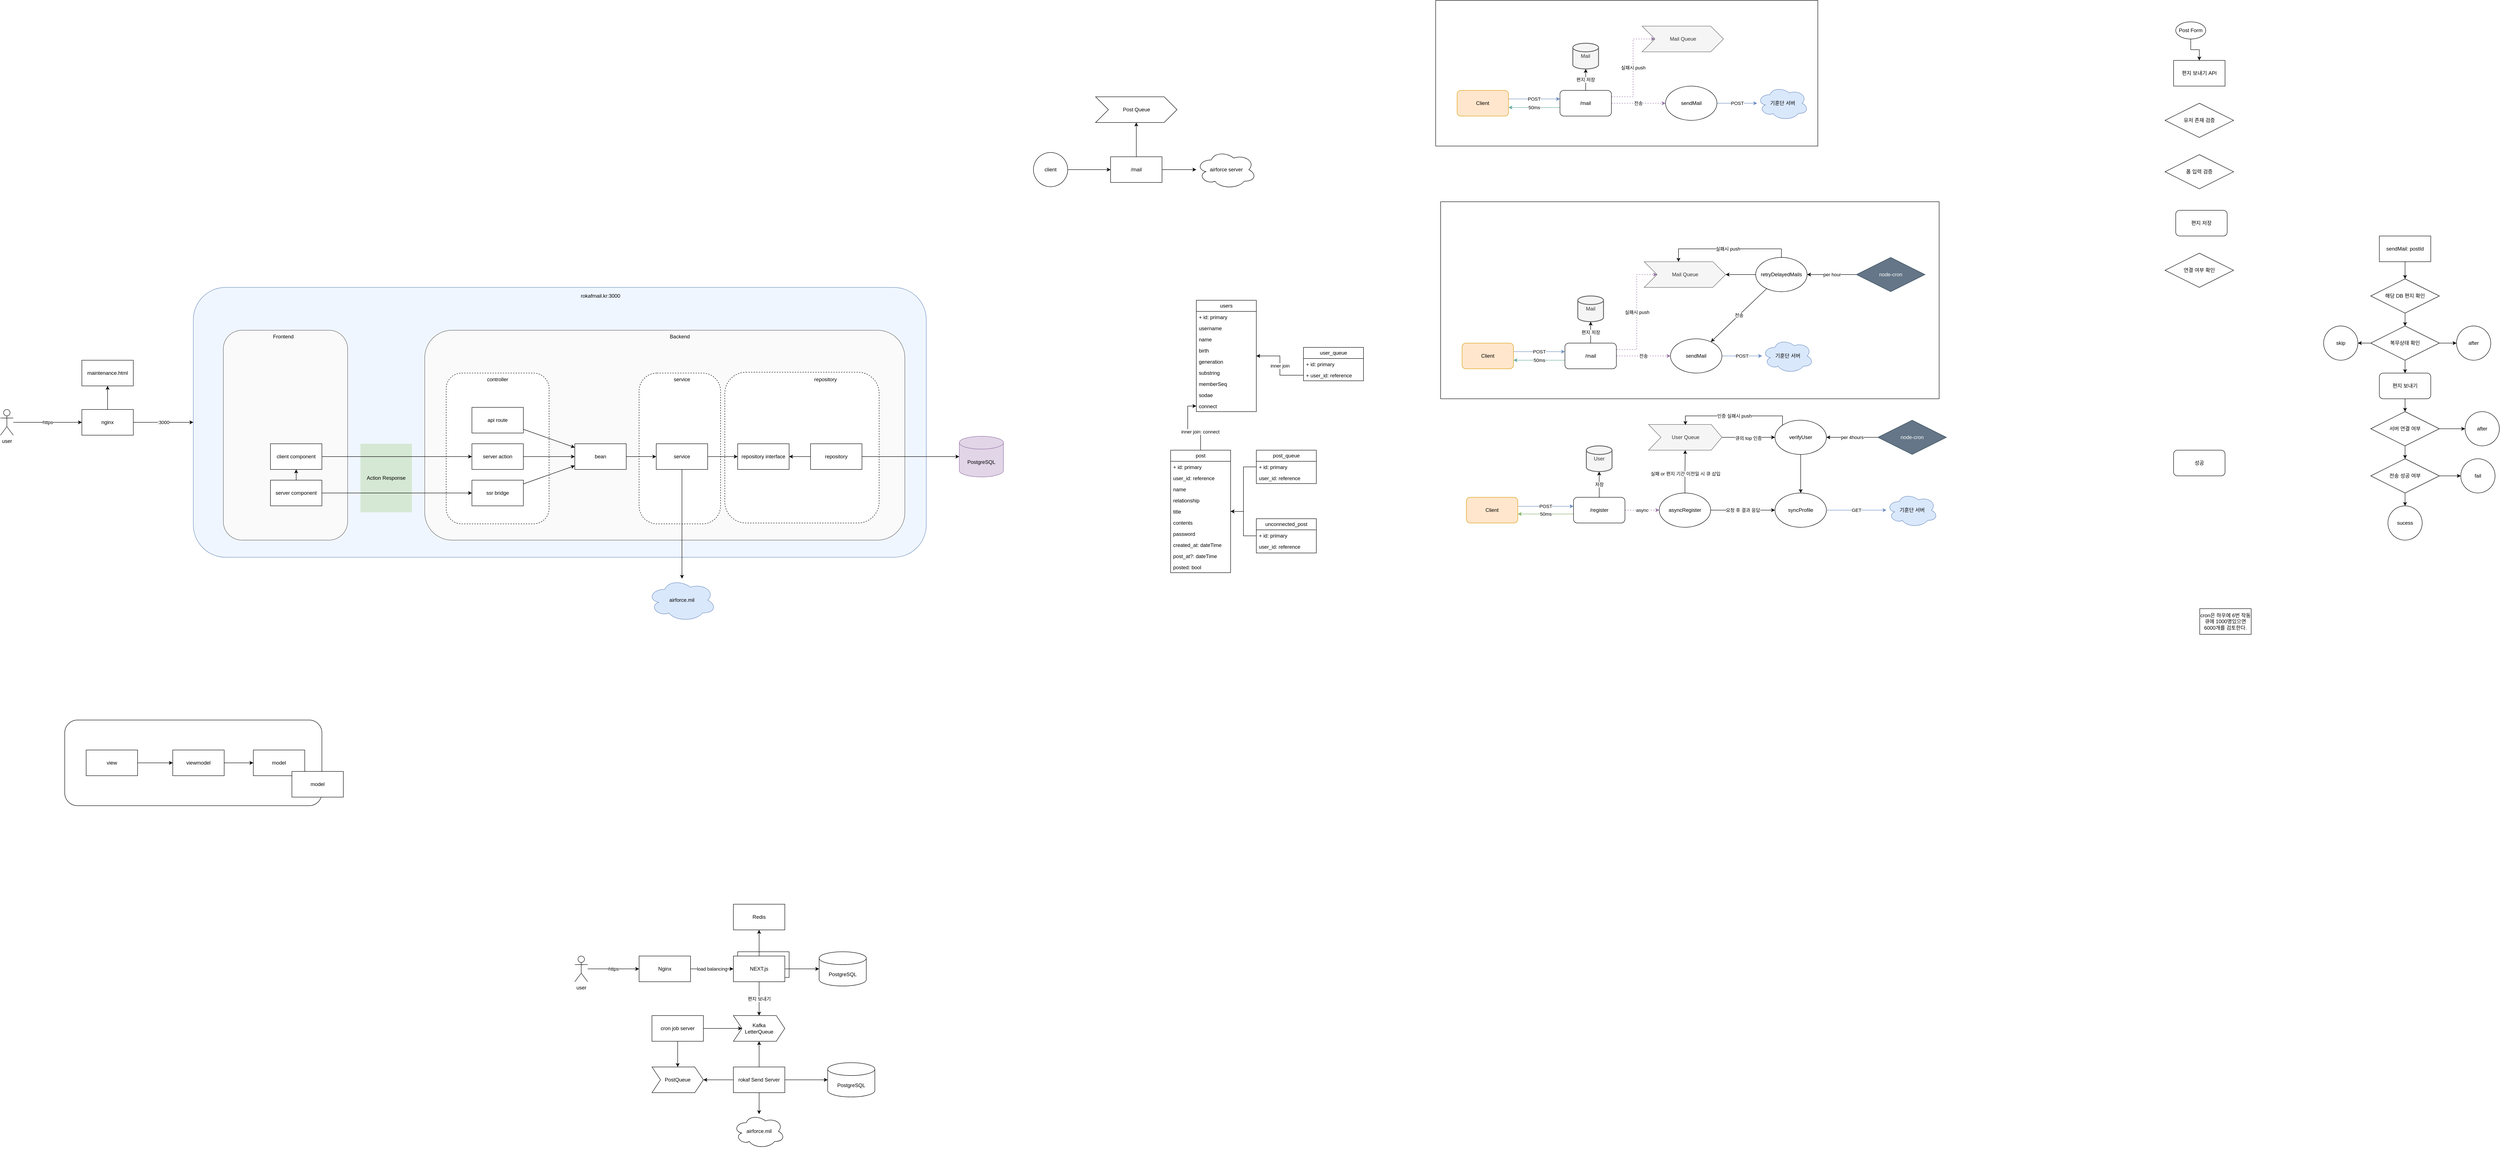
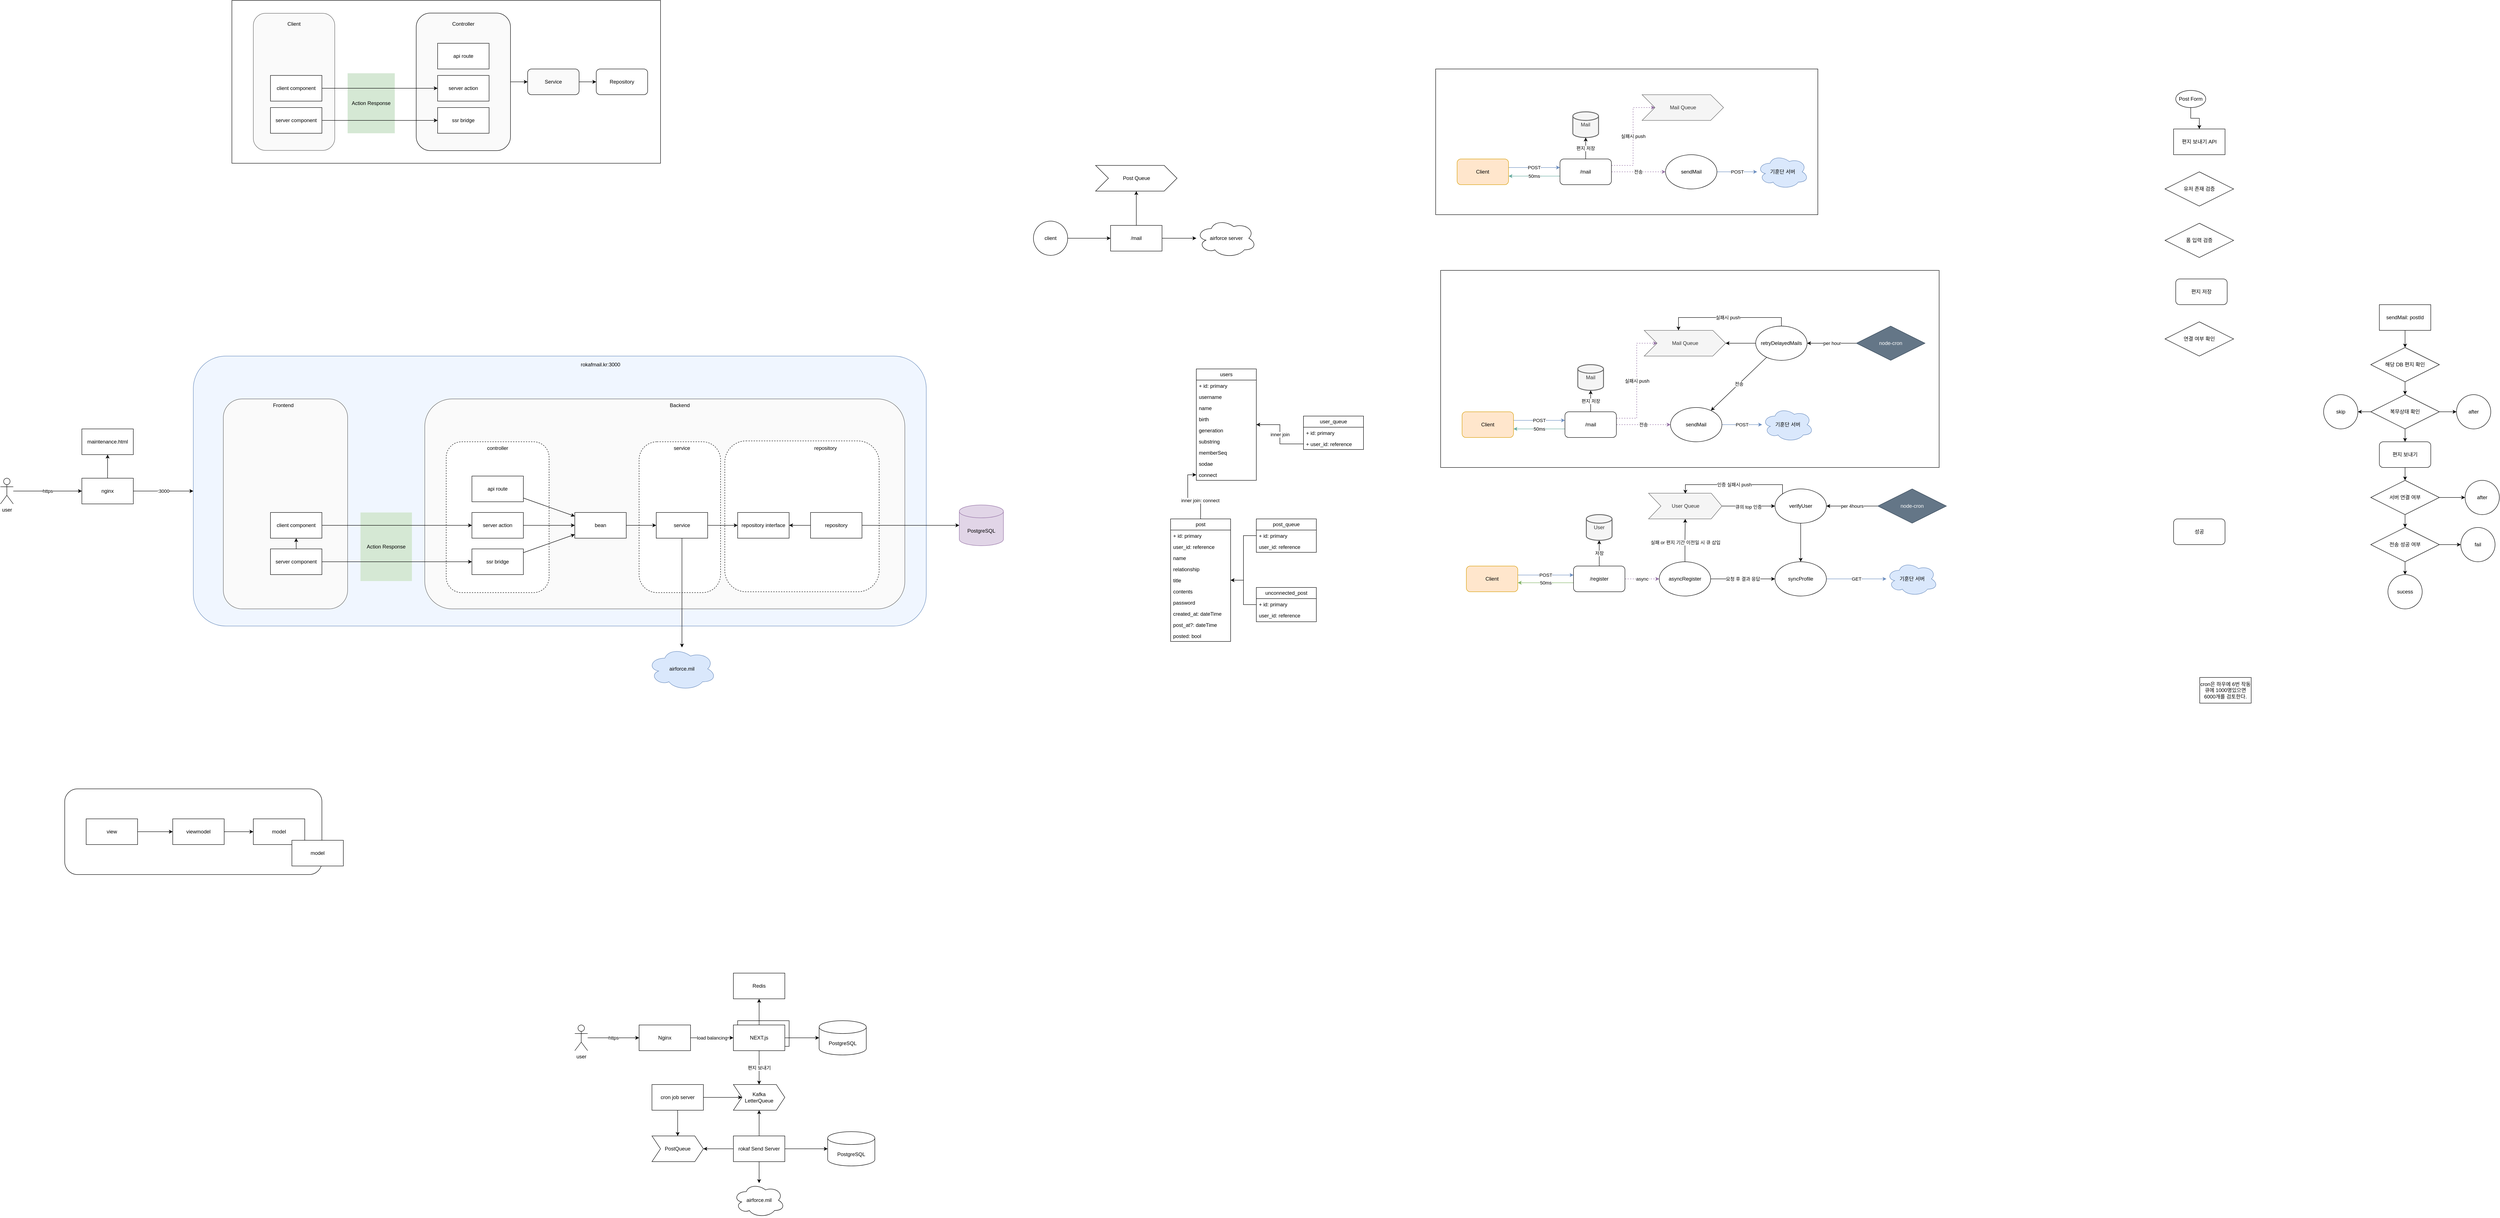
- <mxfile host="app.diagrams.net" modified="2024-07-10T15:28:07.504Z" agent="Mozilla/5.0 (Windows NT 10.0; Win64; x64) AppleWebKit/537.36 (KHTML, like Gecko) Chrome/98.0.4758.102 Safari/537.36" etag="rLEpuUifG6yZrwRzl-tM" version="24.6.4" type="github">
+ <mxfile host="app.diagrams.net" modified="2024-07-11T14:29:14.544Z" agent="Mozilla/5.0 (Windows NT 10.0; Win64; x64) AppleWebKit/537.36 (KHTML, like Gecko) Chrome/98.0.4758.102 Safari/537.36" etag="cJGDBFwuTMRV9z1zs7gk" version="24.6.4" type="github">
  <diagram name="페이지-1" id="YYIqQqlZSumYDMB_ZiYN">
-     <mxGraphModel dx="4503" dy="1806" grid="1" gridSize="10" guides="1" tooltips="1" connect="1" arrows="1" fold="1" page="1" pageScale="1" pageWidth="827" pageHeight="1169" math="0" shadow="0">
+     <mxGraphModel dx="4503" dy="1758" grid="1" gridSize="10" guides="1" tooltips="1" connect="1" arrows="1" fold="1" page="1" pageScale="1" pageWidth="827" pageHeight="1169" math="0" shadow="0">
      <root>
        <mxCell id="0" />
        <mxCell id="1" parent="0" />
-         <mxCell id="KC-ms6B9jHgwYm-Lv0Fj-51" value="NEXT.js" style="rounded=0;whiteSpace=wrap;html=1;" vertex="1" parent="1">
+         <mxCell id="KC-ms6B9jHgwYm-Lv0Fj-51" value="NEXT.js" style="rounded=0;whiteSpace=wrap;html=1;" parent="1" vertex="1">
          <mxGeometry x="-930" y="1771" width="120" height="60" as="geometry" />
        </mxCell>
        <mxCell id="HjyYQR78wkuJb60IUFvB-73" value="" style="rounded=1;whiteSpace=wrap;html=1;arcSize=15;" parent="1" vertex="1">
          <mxGeometry x="-2500" y="1230" width="600" height="200" as="geometry" />
        </mxCell>
        <mxCell id="HjyYQR78wkuJb60IUFvB-56" value="" style="rounded=1;whiteSpace=wrap;html=1;arcSize=12;fillColor=#f0f6ff;strokeColor=#6c8ebf;" parent="1" vertex="1">
          <mxGeometry x="-2200" y="220" width="1710" height="630" as="geometry" />
        </mxCell>
        <mxCell id="HjyYQR78wkuJb60IUFvB-39" value="" style="rounded=1;whiteSpace=wrap;html=1;arcSize=15;fillColor=#fafafa;fontColor=#333333;strokeColor=#666666;" parent="1" vertex="1">
          <mxGeometry x="-2130" y="320" width="290" height="490" as="geometry" />
        </mxCell>
        <mxCell id="HjyYQR78wkuJb60IUFvB-35" value="" style="rounded=1;whiteSpace=wrap;html=1;arcSize=13;fillColor=#FAFAFA;fontColor=#333333;strokeColor=#666666;" parent="1" vertex="1">
          <mxGeometry x="-1660" y="320" width="1120" height="490" as="geometry" />
        </mxCell>
        <mxCell id="HjyYQR78wkuJb60IUFvB-37" value="" style="rounded=1;whiteSpace=wrap;html=1;dashed=1;arcSize=22;" parent="1" vertex="1">
          <mxGeometry x="-1160" y="420" width="190" height="352" as="geometry" />
        </mxCell>
        <mxCell id="HjyYQR78wkuJb60IUFvB-32" value="" style="rounded=1;whiteSpace=wrap;html=1;dashed=1;arcSize=14;" parent="1" vertex="1">
          <mxGeometry x="-960" y="418" width="360" height="352" as="geometry" />
        </mxCell>
        <mxCell id="HjyYQR78wkuJb60IUFvB-33" value="repository" style="text;html=1;align=center;verticalAlign=middle;whiteSpace=wrap;rounded=0;" parent="1" vertex="1">
          <mxGeometry x="-755" y="420" width="60" height="30" as="geometry" />
        </mxCell>
        <mxCell id="HjyYQR78wkuJb60IUFvB-30" value="" style="rounded=1;whiteSpace=wrap;html=1;dashed=1;" parent="1" vertex="1">
          <mxGeometry x="-1610" y="420" width="240" height="352" as="geometry" />
        </mxCell>
        <mxCell id="cLTC8Ta03XSz9wgc8oL8-10" value="" style="rounded=0;whiteSpace=wrap;html=1;" parent="1" vertex="1">
          <mxGeometry x="710" y="20" width="1163" height="460" as="geometry" />
        </mxCell>
        <mxCell id="AZsRamwOxZUp80OkMe_C-2" value="users" style="swimlane;fontStyle=0;childLayout=stackLayout;horizontal=1;startSize=26;fillColor=none;horizontalStack=0;resizeParent=1;resizeParentMax=0;resizeLast=0;collapsible=1;marginBottom=0;whiteSpace=wrap;html=1;" parent="1" vertex="1">
          <mxGeometry x="140" y="250" width="140" height="260" as="geometry" />
        </mxCell>
        <mxCell id="AZsRamwOxZUp80OkMe_C-3" value="+ id: primary" style="text;strokeColor=none;fillColor=none;align=left;verticalAlign=top;spacingLeft=4;spacingRight=4;overflow=hidden;rotatable=0;points=[[0,0.5],[1,0.5]];portConstraint=eastwest;whiteSpace=wrap;html=1;" parent="AZsRamwOxZUp80OkMe_C-2" vertex="1">
          <mxGeometry y="26" width="140" height="26" as="geometry" />
        </mxCell>
        <mxCell id="AZsRamwOxZUp80OkMe_C-4" value="username" style="text;strokeColor=none;fillColor=none;align=left;verticalAlign=top;spacingLeft=4;spacingRight=4;overflow=hidden;rotatable=0;points=[[0,0.5],[1,0.5]];portConstraint=eastwest;whiteSpace=wrap;html=1;" parent="AZsRamwOxZUp80OkMe_C-2" vertex="1">
          <mxGeometry y="52" width="140" height="26" as="geometry" />
        </mxCell>
        <mxCell id="AZsRamwOxZUp80OkMe_C-5" value="name" style="text;strokeColor=none;fillColor=none;align=left;verticalAlign=top;spacingLeft=4;spacingRight=4;overflow=hidden;rotatable=0;points=[[0,0.5],[1,0.5]];portConstraint=eastwest;whiteSpace=wrap;html=1;" parent="AZsRamwOxZUp80OkMe_C-2" vertex="1">
          <mxGeometry y="78" width="140" height="26" as="geometry" />
        </mxCell>
        <mxCell id="AZsRamwOxZUp80OkMe_C-10" value="birth" style="text;strokeColor=none;fillColor=none;align=left;verticalAlign=top;spacingLeft=4;spacingRight=4;overflow=hidden;rotatable=0;points=[[0,0.5],[1,0.5]];portConstraint=eastwest;whiteSpace=wrap;html=1;" parent="AZsRamwOxZUp80OkMe_C-2" vertex="1">
          <mxGeometry y="104" width="140" height="26" as="geometry" />
        </mxCell>
        <mxCell id="AZsRamwOxZUp80OkMe_C-11" value="generation" style="text;strokeColor=none;fillColor=none;align=left;verticalAlign=top;spacingLeft=4;spacingRight=4;overflow=hidden;rotatable=0;points=[[0,0.5],[1,0.5]];portConstraint=eastwest;whiteSpace=wrap;html=1;" parent="AZsRamwOxZUp80OkMe_C-2" vertex="1">
          <mxGeometry y="130" width="140" height="26" as="geometry" />
        </mxCell>
        <mxCell id="AZsRamwOxZUp80OkMe_C-12" value="substring" style="text;strokeColor=none;fillColor=none;align=left;verticalAlign=top;spacingLeft=4;spacingRight=4;overflow=hidden;rotatable=0;points=[[0,0.5],[1,0.5]];portConstraint=eastwest;whiteSpace=wrap;html=1;" parent="AZsRamwOxZUp80OkMe_C-2" vertex="1">
          <mxGeometry y="156" width="140" height="26" as="geometry" />
        </mxCell>
        <mxCell id="AZsRamwOxZUp80OkMe_C-15" value="memberSeq" style="text;strokeColor=none;fillColor=none;align=left;verticalAlign=top;spacingLeft=4;spacingRight=4;overflow=hidden;rotatable=0;points=[[0,0.5],[1,0.5]];portConstraint=eastwest;whiteSpace=wrap;html=1;" parent="AZsRamwOxZUp80OkMe_C-2" vertex="1">
          <mxGeometry y="182" width="140" height="26" as="geometry" />
        </mxCell>
        <mxCell id="AZsRamwOxZUp80OkMe_C-14" value="sodae" style="text;strokeColor=none;fillColor=none;align=left;verticalAlign=top;spacingLeft=4;spacingRight=4;overflow=hidden;rotatable=0;points=[[0,0.5],[1,0.5]];portConstraint=eastwest;whiteSpace=wrap;html=1;" parent="AZsRamwOxZUp80OkMe_C-2" vertex="1">
          <mxGeometry y="208" width="140" height="26" as="geometry" />
        </mxCell>
        <mxCell id="AZsRamwOxZUp80OkMe_C-16" value="connect" style="text;strokeColor=none;fillColor=none;align=left;verticalAlign=top;spacingLeft=4;spacingRight=4;overflow=hidden;rotatable=0;points=[[0,0.5],[1,0.5]];portConstraint=eastwest;whiteSpace=wrap;html=1;" parent="AZsRamwOxZUp80OkMe_C-2" vertex="1">
          <mxGeometry y="234" width="140" height="26" as="geometry" />
        </mxCell>
        <mxCell id="AZsRamwOxZUp80OkMe_C-6" value="user_queue" style="swimlane;fontStyle=0;childLayout=stackLayout;horizontal=1;startSize=26;fillColor=none;horizontalStack=0;resizeParent=1;resizeParentMax=0;resizeLast=0;collapsible=1;marginBottom=0;whiteSpace=wrap;html=1;" parent="1" vertex="1">
          <mxGeometry x="390" y="360" width="140" height="78" as="geometry" />
        </mxCell>
        <mxCell id="AZsRamwOxZUp80OkMe_C-18" value="+ id: primary" style="text;strokeColor=none;fillColor=none;align=left;verticalAlign=top;spacingLeft=4;spacingRight=4;overflow=hidden;rotatable=0;points=[[0,0.5],[1,0.5]];portConstraint=eastwest;whiteSpace=wrap;html=1;" parent="AZsRamwOxZUp80OkMe_C-6" vertex="1">
          <mxGeometry y="26" width="140" height="26" as="geometry" />
        </mxCell>
        <mxCell id="AZsRamwOxZUp80OkMe_C-7" value="+ user_id: reference" style="text;strokeColor=none;fillColor=none;align=left;verticalAlign=top;spacingLeft=4;spacingRight=4;overflow=hidden;rotatable=0;points=[[0,0.5],[1,0.5]];portConstraint=eastwest;whiteSpace=wrap;html=1;" parent="AZsRamwOxZUp80OkMe_C-6" vertex="1">
          <mxGeometry y="52" width="140" height="26" as="geometry" />
        </mxCell>
        <mxCell id="AZsRamwOxZUp80OkMe_C-19" value="inner join" style="edgeStyle=orthogonalEdgeStyle;rounded=0;orthogonalLoop=1;jettySize=auto;html=1;" parent="1" source="AZsRamwOxZUp80OkMe_C-7" target="AZsRamwOxZUp80OkMe_C-2" edge="1">
          <mxGeometry relative="1" as="geometry" />
        </mxCell>
        <mxCell id="F6sanjwA14LKa2ckui42-2" style="edgeStyle=orthogonalEdgeStyle;rounded=0;orthogonalLoop=1;jettySize=auto;html=1;" parent="1" source="AZsRamwOxZUp80OkMe_C-20" target="AZsRamwOxZUp80OkMe_C-16" edge="1">
          <mxGeometry relative="1" as="geometry" />
        </mxCell>
        <mxCell id="F6sanjwA14LKa2ckui42-3" value="inner join: connect" style="edgeLabel;html=1;align=center;verticalAlign=middle;resizable=0;points=[];" parent="F6sanjwA14LKa2ckui42-2" vertex="1" connectable="0">
          <mxGeometry x="-0.4284" y="1" relative="1" as="geometry">
            <mxPoint as="offset" />
          </mxGeometry>
        </mxCell>
        <mxCell id="AZsRamwOxZUp80OkMe_C-20" value="post" style="swimlane;fontStyle=0;childLayout=stackLayout;horizontal=1;startSize=26;fillColor=none;horizontalStack=0;resizeParent=1;resizeParentMax=0;resizeLast=0;collapsible=1;marginBottom=0;whiteSpace=wrap;html=1;" parent="1" vertex="1">
          <mxGeometry x="80" y="600" width="140" height="286" as="geometry" />
        </mxCell>
        <mxCell id="AZsRamwOxZUp80OkMe_C-21" value="+ id: primary" style="text;strokeColor=none;fillColor=none;align=left;verticalAlign=top;spacingLeft=4;spacingRight=4;overflow=hidden;rotatable=0;points=[[0,0.5],[1,0.5]];portConstraint=eastwest;whiteSpace=wrap;html=1;" parent="AZsRamwOxZUp80OkMe_C-20" vertex="1">
          <mxGeometry y="26" width="140" height="26" as="geometry" />
        </mxCell>
        <mxCell id="AZsRamwOxZUp80OkMe_C-22" value="user_id: reference" style="text;strokeColor=none;fillColor=none;align=left;verticalAlign=top;spacingLeft=4;spacingRight=4;overflow=hidden;rotatable=0;points=[[0,0.5],[1,0.5]];portConstraint=eastwest;whiteSpace=wrap;html=1;" parent="AZsRamwOxZUp80OkMe_C-20" vertex="1">
          <mxGeometry y="52" width="140" height="26" as="geometry" />
        </mxCell>
        <mxCell id="AZsRamwOxZUp80OkMe_C-23" value="name" style="text;strokeColor=none;fillColor=none;align=left;verticalAlign=top;spacingLeft=4;spacingRight=4;overflow=hidden;rotatable=0;points=[[0,0.5],[1,0.5]];portConstraint=eastwest;whiteSpace=wrap;html=1;" parent="AZsRamwOxZUp80OkMe_C-20" vertex="1">
          <mxGeometry y="78" width="140" height="26" as="geometry" />
        </mxCell>
        <mxCell id="AZsRamwOxZUp80OkMe_C-24" value="relationship" style="text;strokeColor=none;fillColor=none;align=left;verticalAlign=top;spacingLeft=4;spacingRight=4;overflow=hidden;rotatable=0;points=[[0,0.5],[1,0.5]];portConstraint=eastwest;whiteSpace=wrap;html=1;" parent="AZsRamwOxZUp80OkMe_C-20" vertex="1">
          <mxGeometry y="104" width="140" height="26" as="geometry" />
        </mxCell>
        <mxCell id="AZsRamwOxZUp80OkMe_C-25" value="title" style="text;strokeColor=none;fillColor=none;align=left;verticalAlign=top;spacingLeft=4;spacingRight=4;overflow=hidden;rotatable=0;points=[[0,0.5],[1,0.5]];portConstraint=eastwest;whiteSpace=wrap;html=1;" parent="AZsRamwOxZUp80OkMe_C-20" vertex="1">
          <mxGeometry y="130" width="140" height="26" as="geometry" />
        </mxCell>
        <mxCell id="AZsRamwOxZUp80OkMe_C-26" value="contents" style="text;strokeColor=none;fillColor=none;align=left;verticalAlign=top;spacingLeft=4;spacingRight=4;overflow=hidden;rotatable=0;points=[[0,0.5],[1,0.5]];portConstraint=eastwest;whiteSpace=wrap;html=1;" parent="AZsRamwOxZUp80OkMe_C-20" vertex="1">
          <mxGeometry y="156" width="140" height="26" as="geometry" />
        </mxCell>
        <mxCell id="AZsRamwOxZUp80OkMe_C-27" value="password" style="text;strokeColor=none;fillColor=none;align=left;verticalAlign=top;spacingLeft=4;spacingRight=4;overflow=hidden;rotatable=0;points=[[0,0.5],[1,0.5]];portConstraint=eastwest;whiteSpace=wrap;html=1;" parent="AZsRamwOxZUp80OkMe_C-20" vertex="1">
          <mxGeometry y="182" width="140" height="26" as="geometry" />
        </mxCell>
        <mxCell id="AZsRamwOxZUp80OkMe_C-28" value="created_at: dateTime" style="text;strokeColor=none;fillColor=none;align=left;verticalAlign=top;spacingLeft=4;spacingRight=4;overflow=hidden;rotatable=0;points=[[0,0.5],[1,0.5]];portConstraint=eastwest;whiteSpace=wrap;html=1;" parent="AZsRamwOxZUp80OkMe_C-20" vertex="1">
          <mxGeometry y="208" width="140" height="26" as="geometry" />
        </mxCell>
        <mxCell id="AZsRamwOxZUp80OkMe_C-41" value="post_at?: dateTime" style="text;strokeColor=none;fillColor=none;align=left;verticalAlign=top;spacingLeft=4;spacingRight=4;overflow=hidden;rotatable=0;points=[[0,0.5],[1,0.5]];portConstraint=eastwest;whiteSpace=wrap;html=1;" parent="AZsRamwOxZUp80OkMe_C-20" vertex="1">
          <mxGeometry y="234" width="140" height="26" as="geometry" />
        </mxCell>
        <mxCell id="AZsRamwOxZUp80OkMe_C-42" value="posted: bool" style="text;strokeColor=none;fillColor=none;align=left;verticalAlign=top;spacingLeft=4;spacingRight=4;overflow=hidden;rotatable=0;points=[[0,0.5],[1,0.5]];portConstraint=eastwest;whiteSpace=wrap;html=1;" parent="AZsRamwOxZUp80OkMe_C-20" vertex="1">
          <mxGeometry y="260" width="140" height="26" as="geometry" />
        </mxCell>
        <mxCell id="F6sanjwA14LKa2ckui42-4" style="edgeStyle=orthogonalEdgeStyle;rounded=0;orthogonalLoop=1;jettySize=auto;html=1;" parent="1" source="AZsRamwOxZUp80OkMe_C-30" target="AZsRamwOxZUp80OkMe_C-20" edge="1">
          <mxGeometry relative="1" as="geometry" />
        </mxCell>
        <mxCell id="AZsRamwOxZUp80OkMe_C-30" value="post_queue" style="swimlane;fontStyle=0;childLayout=stackLayout;horizontal=1;startSize=26;fillColor=none;horizontalStack=0;resizeParent=1;resizeParentMax=0;resizeLast=0;collapsible=1;marginBottom=0;whiteSpace=wrap;html=1;" parent="1" vertex="1">
          <mxGeometry x="280" y="600" width="140" height="78" as="geometry" />
        </mxCell>
        <mxCell id="AZsRamwOxZUp80OkMe_C-31" value="+ id: primary" style="text;strokeColor=none;fillColor=none;align=left;verticalAlign=top;spacingLeft=4;spacingRight=4;overflow=hidden;rotatable=0;points=[[0,0.5],[1,0.5]];portConstraint=eastwest;whiteSpace=wrap;html=1;" parent="AZsRamwOxZUp80OkMe_C-30" vertex="1">
          <mxGeometry y="26" width="140" height="26" as="geometry" />
        </mxCell>
        <mxCell id="AZsRamwOxZUp80OkMe_C-32" value="user_id: reference" style="text;strokeColor=none;fillColor=none;align=left;verticalAlign=top;spacingLeft=4;spacingRight=4;overflow=hidden;rotatable=0;points=[[0,0.5],[1,0.5]];portConstraint=eastwest;whiteSpace=wrap;html=1;" parent="AZsRamwOxZUp80OkMe_C-30" vertex="1">
          <mxGeometry y="52" width="140" height="26" as="geometry" />
        </mxCell>
        <mxCell id="F6sanjwA14LKa2ckui42-5" style="edgeStyle=orthogonalEdgeStyle;rounded=0;orthogonalLoop=1;jettySize=auto;html=1;" parent="1" source="AZsRamwOxZUp80OkMe_C-46" target="AZsRamwOxZUp80OkMe_C-20" edge="1">
          <mxGeometry relative="1" as="geometry" />
        </mxCell>
        <mxCell id="AZsRamwOxZUp80OkMe_C-46" value="unconnected_post" style="swimlane;fontStyle=0;childLayout=stackLayout;horizontal=1;startSize=26;fillColor=none;horizontalStack=0;resizeParent=1;resizeParentMax=0;resizeLast=0;collapsible=1;marginBottom=0;whiteSpace=wrap;html=1;" parent="1" vertex="1">
          <mxGeometry x="280" y="760" width="140" height="80" as="geometry" />
        </mxCell>
        <mxCell id="AZsRamwOxZUp80OkMe_C-47" value="+ id: primary" style="text;strokeColor=none;fillColor=none;align=left;verticalAlign=top;spacingLeft=4;spacingRight=4;overflow=hidden;rotatable=0;points=[[0,0.5],[1,0.5]];portConstraint=eastwest;whiteSpace=wrap;html=1;" parent="AZsRamwOxZUp80OkMe_C-46" vertex="1">
          <mxGeometry y="26" width="140" height="26" as="geometry" />
        </mxCell>
        <mxCell id="AZsRamwOxZUp80OkMe_C-48" value="user_id: reference" style="text;strokeColor=none;fillColor=none;align=left;verticalAlign=top;spacingLeft=4;spacingRight=4;overflow=hidden;rotatable=0;points=[[0,0.5],[1,0.5]];portConstraint=eastwest;whiteSpace=wrap;html=1;" parent="AZsRamwOxZUp80OkMe_C-46" vertex="1">
          <mxGeometry y="52" width="140" height="28" as="geometry" />
        </mxCell>
        <mxCell id="wQPPLxiwdvjhVnuzjJRF-10" value="실패시 push" style="edgeStyle=elbowEdgeStyle;rounded=0;orthogonalLoop=1;jettySize=auto;html=1;fillColor=#e1d5e7;strokeColor=#9673a6;dashed=1;entryX=0;entryY=0.5;entryDx=30;entryDy=0;entryPerimeter=0;exitX=1;exitY=0.25;exitDx=0;exitDy=0;" parent="1" source="TXcI-fBlLuWAS2TPfB02-22" target="TXcI-fBlLuWAS2TPfB02-9" edge="1">
          <mxGeometry relative="1" as="geometry">
            <mxPoint x="1282.5" y="365" as="sourcePoint" />
          </mxGeometry>
        </mxCell>
        <mxCell id="wQPPLxiwdvjhVnuzjJRF-13" value="POST" style="rounded=0;orthogonalLoop=1;jettySize=auto;html=1;startArrow=none;startFill=0;fillColor=#dae8fc;strokeColor=#6c8ebf;" parent="1" source="wQPPLxiwdvjhVnuzjJRF-19" target="TXcI-fBlLuWAS2TPfB02-2" edge="1">
          <mxGeometry relative="1" as="geometry" />
        </mxCell>
        <mxCell id="TXcI-fBlLuWAS2TPfB02-2" value="기훈단 서버" style="ellipse;shape=cloud;whiteSpace=wrap;html=1;fillColor=#dae8fc;strokeColor=#6c8ebf;" parent="1" vertex="1">
          <mxGeometry x="1460" y="340" width="120" height="80" as="geometry" />
        </mxCell>
        <mxCell id="TXcI-fBlLuWAS2TPfB02-11" value="" style="edgeStyle=orthogonalEdgeStyle;rounded=0;orthogonalLoop=1;jettySize=auto;html=1;" parent="1" source="wQPPLxiwdvjhVnuzjJRF-23" target="TXcI-fBlLuWAS2TPfB02-9" edge="1">
          <mxGeometry relative="1" as="geometry">
            <mxPoint x="1449.9099999999999" y="220" as="targetPoint" />
            <Array as="points" />
          </mxGeometry>
        </mxCell>
        <mxCell id="TXcI-fBlLuWAS2TPfB02-9" value="Mail Queue" style="html=1;shadow=0;dashed=0;align=center;verticalAlign=middle;shape=mxgraph.arrows2.arrow;dy=0;dx=30;notch=30;fillColor=#f5f5f5;fontColor=#333333;strokeColor=#666666;" parent="1" vertex="1">
          <mxGeometry x="1184.91" y="160" width="190" height="60" as="geometry" />
        </mxCell>
        <mxCell id="TXcI-fBlLuWAS2TPfB02-21" value="POST" style="edgeStyle=orthogonalEdgeStyle;rounded=0;orthogonalLoop=1;jettySize=auto;html=1;fillColor=#dae8fc;strokeColor=#6c8ebf;" parent="1" source="TXcI-fBlLuWAS2TPfB02-19" target="TXcI-fBlLuWAS2TPfB02-22" edge="1">
          <mxGeometry relative="1" as="geometry">
            <mxPoint x="970" y="380" as="targetPoint" />
            <Array as="points">
              <mxPoint x="960" y="370" />
              <mxPoint x="960" y="370" />
            </Array>
          </mxGeometry>
        </mxCell>
        <mxCell id="TXcI-fBlLuWAS2TPfB02-19" value="Client" style="rounded=1;whiteSpace=wrap;html=1;fillColor=#ffe6cc;strokeColor=#d79b00;" parent="1" vertex="1">
          <mxGeometry x="760" y="350" width="120" height="60" as="geometry" />
        </mxCell>
        <mxCell id="TXcI-fBlLuWAS2TPfB02-20" value="Mail" style="strokeWidth=2;html=1;shape=mxgraph.flowchart.database;whiteSpace=wrap;fillColor=#f5f5f5;fontColor=#333333;strokeColor=#666666;" parent="1" vertex="1">
          <mxGeometry x="1030" y="240" width="60" height="60" as="geometry" />
        </mxCell>
        <mxCell id="TXcI-fBlLuWAS2TPfB02-23" value="편지 저장" style="edgeStyle=orthogonalEdgeStyle;rounded=0;orthogonalLoop=1;jettySize=auto;html=1;" parent="1" source="TXcI-fBlLuWAS2TPfB02-22" target="TXcI-fBlLuWAS2TPfB02-20" edge="1">
          <mxGeometry relative="1" as="geometry" />
        </mxCell>
        <mxCell id="TXcI-fBlLuWAS2TPfB02-24" value="전송" style="edgeStyle=orthogonalEdgeStyle;rounded=0;orthogonalLoop=1;jettySize=auto;html=1;dashed=1;fillColor=#e1d5e7;strokeColor=#9673a6;" parent="1" source="TXcI-fBlLuWAS2TPfB02-22" target="wQPPLxiwdvjhVnuzjJRF-19" edge="1">
          <mxGeometry relative="1" as="geometry">
            <mxPoint x="1260" y="380" as="targetPoint" />
          </mxGeometry>
        </mxCell>
        <mxCell id="TXcI-fBlLuWAS2TPfB02-26" value="50ms" style="edgeStyle=orthogonalEdgeStyle;rounded=0;orthogonalLoop=1;jettySize=auto;html=1;strokeColor=#67AB9F;" parent="1" source="TXcI-fBlLuWAS2TPfB02-22" target="TXcI-fBlLuWAS2TPfB02-19" edge="1">
          <mxGeometry relative="1" as="geometry">
            <Array as="points">
              <mxPoint x="960" y="390" />
              <mxPoint x="960" y="390" />
            </Array>
          </mxGeometry>
        </mxCell>
        <mxCell id="TXcI-fBlLuWAS2TPfB02-22" value="/mail" style="rounded=1;whiteSpace=wrap;html=1;" parent="1" vertex="1">
          <mxGeometry x="1000" y="350" width="120" height="60" as="geometry" />
        </mxCell>
        <mxCell id="wQPPLxiwdvjhVnuzjJRF-21" value="per hour" style="rounded=0;orthogonalLoop=1;jettySize=auto;html=1;edgeStyle=orthogonalEdgeStyle;" parent="1" source="TXcI-fBlLuWAS2TPfB02-27" target="wQPPLxiwdvjhVnuzjJRF-23" edge="1">
          <mxGeometry relative="1" as="geometry" />
        </mxCell>
        <mxCell id="TXcI-fBlLuWAS2TPfB02-27" value="node-cron" style="rhombus;whiteSpace=wrap;html=1;fillColor=#647687;fontColor=#ffffff;strokeColor=#314354;" parent="1" vertex="1">
          <mxGeometry x="1680" y="150" width="160" height="80" as="geometry" />
        </mxCell>
        <mxCell id="u-H9VCNATk9NBnKGN-eY-5" value="POST" style="edgeStyle=orthogonalEdgeStyle;rounded=0;orthogonalLoop=1;jettySize=auto;html=1;fillColor=#dae8fc;strokeColor=#6c8ebf;" parent="1" edge="1">
          <mxGeometry relative="1" as="geometry">
            <mxPoint x="890" y="731" as="sourcePoint" />
            <mxPoint x="1020" y="731" as="targetPoint" />
          </mxGeometry>
        </mxCell>
        <mxCell id="TXcI-fBlLuWAS2TPfB02-53" value="Client" style="rounded=1;whiteSpace=wrap;html=1;fillColor=#ffe6cc;strokeColor=#d79b00;" parent="1" vertex="1">
          <mxGeometry x="770.0000000000001" y="710" width="120" height="60" as="geometry" />
        </mxCell>
        <mxCell id="TXcI-fBlLuWAS2TPfB02-57" value="async" style="edgeStyle=orthogonalEdgeStyle;rounded=0;orthogonalLoop=1;jettySize=auto;html=1;dashed=1;fillColor=#e1d5e7;strokeColor=#9673a6;" parent="1" source="TXcI-fBlLuWAS2TPfB02-54" target="TXcI-fBlLuWAS2TPfB02-56" edge="1">
          <mxGeometry relative="1" as="geometry" />
        </mxCell>
        <mxCell id="TXcI-fBlLuWAS2TPfB02-59" value="50ms" style="edgeStyle=orthogonalEdgeStyle;rounded=0;orthogonalLoop=1;jettySize=auto;html=1;fillColor=#d5e8d4;strokeColor=#82b366;" parent="1" edge="1">
          <mxGeometry relative="1" as="geometry">
            <mxPoint x="1020" y="749" as="sourcePoint" />
            <mxPoint x="890" y="749" as="targetPoint" />
          </mxGeometry>
        </mxCell>
        <mxCell id="TXcI-fBlLuWAS2TPfB02-65" value="저장" style="edgeStyle=orthogonalEdgeStyle;rounded=0;orthogonalLoop=1;jettySize=auto;html=1;" parent="1" source="TXcI-fBlLuWAS2TPfB02-54" target="TXcI-fBlLuWAS2TPfB02-64" edge="1">
          <mxGeometry relative="1" as="geometry" />
        </mxCell>
        <mxCell id="TXcI-fBlLuWAS2TPfB02-54" value="/register" style="rounded=1;whiteSpace=wrap;html=1;" parent="1" vertex="1">
          <mxGeometry x="1020" y="710" width="120" height="60" as="geometry" />
        </mxCell>
        <mxCell id="TXcI-fBlLuWAS2TPfB02-69" style="edgeStyle=orthogonalEdgeStyle;rounded=0;orthogonalLoop=1;jettySize=auto;html=1;" parent="1" source="TXcI-fBlLuWAS2TPfB02-56" target="TXcI-fBlLuWAS2TPfB02-61" edge="1">
          <mxGeometry relative="1" as="geometry" />
        </mxCell>
        <mxCell id="y1SOeucjYuMJN-nhCAUV-7" value="실패 or 편지 기간 이전일 시 큐 삽입" style="edgeLabel;html=1;align=center;verticalAlign=middle;resizable=0;points=[];" parent="TXcI-fBlLuWAS2TPfB02-69" vertex="1" connectable="0">
          <mxGeometry x="-0.1037" y="-1" relative="1" as="geometry">
            <mxPoint as="offset" />
          </mxGeometry>
        </mxCell>
        <mxCell id="K3UKubzrvV4H-gYz2n_W-7" value="요청 후 결과 응답" style="edgeStyle=orthogonalEdgeStyle;rounded=0;orthogonalLoop=1;jettySize=auto;html=1;" parent="1" source="TXcI-fBlLuWAS2TPfB02-56" target="K3UKubzrvV4H-gYz2n_W-2" edge="1">
          <mxGeometry relative="1" as="geometry" />
        </mxCell>
        <mxCell id="TXcI-fBlLuWAS2TPfB02-56" value="asyncRegister" style="ellipse;whiteSpace=wrap;html=1;" parent="1" vertex="1">
          <mxGeometry x="1220" y="700" width="120" height="80" as="geometry" />
        </mxCell>
        <mxCell id="TXcI-fBlLuWAS2TPfB02-71" style="edgeStyle=orthogonalEdgeStyle;rounded=0;orthogonalLoop=1;jettySize=auto;html=1;" parent="1" source="TXcI-fBlLuWAS2TPfB02-61" target="K3UKubzrvV4H-gYz2n_W-4" edge="1">
          <mxGeometry relative="1" as="geometry">
            <mxPoint x="1440" y="610" as="targetPoint" />
          </mxGeometry>
        </mxCell>
        <mxCell id="y1SOeucjYuMJN-nhCAUV-8" value="큐의 top 인증" style="edgeLabel;html=1;align=center;verticalAlign=middle;resizable=0;points=[];" parent="TXcI-fBlLuWAS2TPfB02-71" vertex="1" connectable="0">
          <mxGeometry x="-0.0036" y="-2" relative="1" as="geometry">
            <mxPoint as="offset" />
          </mxGeometry>
        </mxCell>
        <mxCell id="TXcI-fBlLuWAS2TPfB02-61" value="User Queue" style="html=1;shadow=0;dashed=0;align=center;verticalAlign=middle;shape=mxgraph.arrows2.arrow;dy=0;dx=25;notch=29;fillColor=#f5f5f5;fontColor=#333333;strokeColor=#666666;" parent="1" vertex="1">
          <mxGeometry x="1195" y="540" width="171.25" height="60" as="geometry" />
        </mxCell>
        <mxCell id="TXcI-fBlLuWAS2TPfB02-64" value="User" style="strokeWidth=2;html=1;shape=mxgraph.flowchart.database;whiteSpace=wrap;fillColor=#f5f5f5;fontColor=#333333;strokeColor=#666666;" parent="1" vertex="1">
          <mxGeometry x="1049.91" y="590" width="60" height="60" as="geometry" />
        </mxCell>
        <mxCell id="TXcI-fBlLuWAS2TPfB02-66" value="기훈단 서버" style="ellipse;shape=cloud;whiteSpace=wrap;html=1;fillColor=#dae8fc;strokeColor=#6c8ebf;" parent="1" vertex="1">
          <mxGeometry x="1750" y="700" width="120" height="80" as="geometry" />
        </mxCell>
        <mxCell id="TXcI-fBlLuWAS2TPfB02-81" value="cron은 하우에 6번 작동&lt;div&gt;큐에 1000명있으면&lt;/div&gt;&lt;div&gt;6000개를 검토한다.&lt;/div&gt;" style="whiteSpace=wrap;html=1;" parent="1" vertex="1">
          <mxGeometry x="2481" y="970" width="120" height="60" as="geometry" />
        </mxCell>
        <mxCell id="6U6_2w2MqQ0kD7e6yzDg-1" value="편지 보내기 API" style="rounded=0;whiteSpace=wrap;html=1;" parent="1" vertex="1">
          <mxGeometry x="2420" y="-310" width="120" height="60" as="geometry" />
        </mxCell>
        <mxCell id="6U6_2w2MqQ0kD7e6yzDg-3" style="edgeStyle=orthogonalEdgeStyle;rounded=0;orthogonalLoop=1;jettySize=auto;html=1;" parent="1" source="6U6_2w2MqQ0kD7e6yzDg-2" target="6U6_2w2MqQ0kD7e6yzDg-1" edge="1">
          <mxGeometry relative="1" as="geometry" />
        </mxCell>
        <mxCell id="6U6_2w2MqQ0kD7e6yzDg-2" value="Post Form" style="ellipse;whiteSpace=wrap;html=1;" parent="1" vertex="1">
          <mxGeometry x="2425" y="-400" width="70" height="40" as="geometry" />
        </mxCell>
        <mxCell id="6U6_2w2MqQ0kD7e6yzDg-4" value="유저 존재 검증" style="rhombus;whiteSpace=wrap;html=1;" parent="1" vertex="1">
          <mxGeometry x="2400" y="-210" width="160" height="80" as="geometry" />
        </mxCell>
        <mxCell id="6U6_2w2MqQ0kD7e6yzDg-5" value="폼 입력 검증" style="rhombus;whiteSpace=wrap;html=1;" parent="1" vertex="1">
          <mxGeometry x="2400" y="-90" width="160" height="80" as="geometry" />
        </mxCell>
        <mxCell id="6U6_2w2MqQ0kD7e6yzDg-6" value="편지 저장" style="rounded=1;whiteSpace=wrap;html=1;" parent="1" vertex="1">
          <mxGeometry x="2425" y="40" width="120" height="60" as="geometry" />
        </mxCell>
        <mxCell id="6U6_2w2MqQ0kD7e6yzDg-7" value="연결 여부 확인" style="rhombus;whiteSpace=wrap;html=1;" parent="1" vertex="1">
          <mxGeometry x="2400" y="140" width="160" height="80" as="geometry" />
        </mxCell>
        <mxCell id="6U6_2w2MqQ0kD7e6yzDg-30" style="edgeStyle=orthogonalEdgeStyle;rounded=0;orthogonalLoop=1;jettySize=auto;html=1;" parent="1" source="6U6_2w2MqQ0kD7e6yzDg-10" target="6U6_2w2MqQ0kD7e6yzDg-40" edge="1">
          <mxGeometry relative="1" as="geometry">
            <mxPoint x="2960" y="410" as="targetPoint" />
            <Array as="points" />
          </mxGeometry>
        </mxCell>
        <mxCell id="6U6_2w2MqQ0kD7e6yzDg-31" style="edgeStyle=orthogonalEdgeStyle;rounded=0;orthogonalLoop=1;jettySize=auto;html=1;" parent="1" source="6U6_2w2MqQ0kD7e6yzDg-10" target="6U6_2w2MqQ0kD7e6yzDg-22" edge="1">
          <mxGeometry relative="1" as="geometry" />
        </mxCell>
        <mxCell id="6U6_2w2MqQ0kD7e6yzDg-33" style="edgeStyle=orthogonalEdgeStyle;rounded=0;orthogonalLoop=1;jettySize=auto;html=1;" parent="1" source="6U6_2w2MqQ0kD7e6yzDg-10" target="6U6_2w2MqQ0kD7e6yzDg-32" edge="1">
          <mxGeometry relative="1" as="geometry" />
        </mxCell>
        <mxCell id="6U6_2w2MqQ0kD7e6yzDg-10" value="복무상태 확인" style="rhombus;whiteSpace=wrap;html=1;" parent="1" vertex="1">
          <mxGeometry x="2880" y="310" width="160" height="80" as="geometry" />
        </mxCell>
        <mxCell id="6U6_2w2MqQ0kD7e6yzDg-35" style="edgeStyle=orthogonalEdgeStyle;rounded=0;orthogonalLoop=1;jettySize=auto;html=1;" parent="1" source="6U6_2w2MqQ0kD7e6yzDg-11" target="6U6_2w2MqQ0kD7e6yzDg-34" edge="1">
          <mxGeometry relative="1" as="geometry" />
        </mxCell>
        <mxCell id="6U6_2w2MqQ0kD7e6yzDg-39" style="edgeStyle=orthogonalEdgeStyle;rounded=0;orthogonalLoop=1;jettySize=auto;html=1;" parent="1" source="6U6_2w2MqQ0kD7e6yzDg-11" target="6U6_2w2MqQ0kD7e6yzDg-36" edge="1">
          <mxGeometry relative="1" as="geometry" />
        </mxCell>
        <mxCell id="6U6_2w2MqQ0kD7e6yzDg-11" value="서버 연결 여부" style="rhombus;whiteSpace=wrap;html=1;" parent="1" vertex="1">
          <mxGeometry x="2880" y="510" width="160" height="80" as="geometry" />
        </mxCell>
        <mxCell id="6U6_2w2MqQ0kD7e6yzDg-12" value="성공" style="rounded=1;whiteSpace=wrap;html=1;" parent="1" vertex="1">
          <mxGeometry x="2420" y="600" width="120" height="60" as="geometry" />
        </mxCell>
        <mxCell id="6U6_2w2MqQ0kD7e6yzDg-16" style="edgeStyle=orthogonalEdgeStyle;rounded=0;orthogonalLoop=1;jettySize=auto;html=1;" parent="1" source="6U6_2w2MqQ0kD7e6yzDg-13" target="6U6_2w2MqQ0kD7e6yzDg-15" edge="1">
          <mxGeometry relative="1" as="geometry" />
        </mxCell>
        <mxCell id="6U6_2w2MqQ0kD7e6yzDg-13" value="sendMail: postId" style="rounded=0;whiteSpace=wrap;html=1;" parent="1" vertex="1">
          <mxGeometry x="2900" y="100" width="120" height="60" as="geometry" />
        </mxCell>
        <mxCell id="6U6_2w2MqQ0kD7e6yzDg-17" style="edgeStyle=orthogonalEdgeStyle;rounded=0;orthogonalLoop=1;jettySize=auto;html=1;" parent="1" source="6U6_2w2MqQ0kD7e6yzDg-15" target="6U6_2w2MqQ0kD7e6yzDg-10" edge="1">
          <mxGeometry relative="1" as="geometry" />
        </mxCell>
        <mxCell id="6U6_2w2MqQ0kD7e6yzDg-15" value="해당 DB 편지 확인" style="rhombus;whiteSpace=wrap;html=1;" parent="1" vertex="1">
          <mxGeometry x="2880" y="200" width="160" height="80" as="geometry" />
        </mxCell>
        <mxCell id="6U6_2w2MqQ0kD7e6yzDg-22" value="after" style="ellipse;whiteSpace=wrap;html=1;aspect=fixed;" parent="1" vertex="1">
          <mxGeometry x="3080" y="310" width="80" height="80" as="geometry" />
        </mxCell>
        <mxCell id="6U6_2w2MqQ0kD7e6yzDg-23" value="sucess" style="ellipse;whiteSpace=wrap;html=1;aspect=fixed;" parent="1" vertex="1">
          <mxGeometry x="2920" y="730" width="80" height="80" as="geometry" />
        </mxCell>
        <mxCell id="6U6_2w2MqQ0kD7e6yzDg-25" value="fail" style="ellipse;whiteSpace=wrap;html=1;aspect=fixed;" parent="1" vertex="1">
          <mxGeometry x="3090" y="620" width="80" height="80" as="geometry" />
        </mxCell>
        <mxCell id="6U6_2w2MqQ0kD7e6yzDg-32" value="skip" style="ellipse;whiteSpace=wrap;html=1;aspect=fixed;" parent="1" vertex="1">
          <mxGeometry x="2770" y="310" width="80" height="80" as="geometry" />
        </mxCell>
        <mxCell id="6U6_2w2MqQ0kD7e6yzDg-34" value="after" style="ellipse;whiteSpace=wrap;html=1;aspect=fixed;" parent="1" vertex="1">
          <mxGeometry x="3100" y="510" width="80" height="80" as="geometry" />
        </mxCell>
        <mxCell id="6U6_2w2MqQ0kD7e6yzDg-37" style="edgeStyle=orthogonalEdgeStyle;rounded=0;orthogonalLoop=1;jettySize=auto;html=1;" parent="1" source="6U6_2w2MqQ0kD7e6yzDg-36" target="6U6_2w2MqQ0kD7e6yzDg-25" edge="1">
          <mxGeometry relative="1" as="geometry" />
        </mxCell>
        <mxCell id="6U6_2w2MqQ0kD7e6yzDg-38" style="edgeStyle=orthogonalEdgeStyle;rounded=0;orthogonalLoop=1;jettySize=auto;html=1;" parent="1" source="6U6_2w2MqQ0kD7e6yzDg-36" target="6U6_2w2MqQ0kD7e6yzDg-23" edge="1">
          <mxGeometry relative="1" as="geometry" />
        </mxCell>
        <mxCell id="6U6_2w2MqQ0kD7e6yzDg-36" value="전송 성공 여부" style="rhombus;whiteSpace=wrap;html=1;" parent="1" vertex="1">
          <mxGeometry x="2880" y="620" width="160" height="80" as="geometry" />
        </mxCell>
        <mxCell id="6U6_2w2MqQ0kD7e6yzDg-42" style="edgeStyle=orthogonalEdgeStyle;rounded=0;orthogonalLoop=1;jettySize=auto;html=1;" parent="1" source="6U6_2w2MqQ0kD7e6yzDg-40" target="6U6_2w2MqQ0kD7e6yzDg-11" edge="1">
          <mxGeometry relative="1" as="geometry" />
        </mxCell>
        <mxCell id="6U6_2w2MqQ0kD7e6yzDg-40" value="편지 보내기" style="rounded=1;whiteSpace=wrap;html=1;" parent="1" vertex="1">
          <mxGeometry x="2900" y="420" width="120" height="60" as="geometry" />
        </mxCell>
        <mxCell id="wQPPLxiwdvjhVnuzjJRF-7" style="edgeStyle=orthogonalEdgeStyle;rounded=0;orthogonalLoop=1;jettySize=auto;html=1;" parent="1" source="wQPPLxiwdvjhVnuzjJRF-2" target="wQPPLxiwdvjhVnuzjJRF-6" edge="1">
          <mxGeometry relative="1" as="geometry" />
        </mxCell>
        <mxCell id="wQPPLxiwdvjhVnuzjJRF-9" style="edgeStyle=orthogonalEdgeStyle;rounded=0;orthogonalLoop=1;jettySize=auto;html=1;" parent="1" source="wQPPLxiwdvjhVnuzjJRF-2" target="wQPPLxiwdvjhVnuzjJRF-8" edge="1">
          <mxGeometry relative="1" as="geometry" />
        </mxCell>
        <mxCell id="wQPPLxiwdvjhVnuzjJRF-2" value="/mail" style="rounded=0;whiteSpace=wrap;html=1;" parent="1" vertex="1">
          <mxGeometry x="-60" y="-85" width="120" height="60" as="geometry" />
        </mxCell>
        <mxCell id="wQPPLxiwdvjhVnuzjJRF-5" style="edgeStyle=orthogonalEdgeStyle;rounded=0;orthogonalLoop=1;jettySize=auto;html=1;" parent="1" source="wQPPLxiwdvjhVnuzjJRF-4" target="wQPPLxiwdvjhVnuzjJRF-2" edge="1">
          <mxGeometry relative="1" as="geometry" />
        </mxCell>
        <mxCell id="wQPPLxiwdvjhVnuzjJRF-4" value="client" style="ellipse;whiteSpace=wrap;html=1;aspect=fixed;" parent="1" vertex="1">
          <mxGeometry x="-240" y="-95" width="80" height="80" as="geometry" />
        </mxCell>
        <mxCell id="wQPPLxiwdvjhVnuzjJRF-6" value="Post Queue" style="html=1;shadow=0;dashed=0;align=center;verticalAlign=middle;shape=mxgraph.arrows2.arrow;dy=0;dx=30;notch=30;" parent="1" vertex="1">
          <mxGeometry x="-95" y="-225" width="190" height="60" as="geometry" />
        </mxCell>
        <mxCell id="wQPPLxiwdvjhVnuzjJRF-8" value="airforce server" style="ellipse;shape=cloud;whiteSpace=wrap;html=1;" parent="1" vertex="1">
          <mxGeometry x="140" y="-100" width="140" height="90" as="geometry" />
        </mxCell>
        <mxCell id="wQPPLxiwdvjhVnuzjJRF-19" value="sendMail" style="ellipse;whiteSpace=wrap;html=1;" parent="1" vertex="1">
          <mxGeometry x="1246.25" y="340" width="120" height="80" as="geometry" />
        </mxCell>
        <mxCell id="wQPPLxiwdvjhVnuzjJRF-24" value="전송" style="rounded=0;orthogonalLoop=1;jettySize=auto;html=1;" parent="1" source="wQPPLxiwdvjhVnuzjJRF-23" target="wQPPLxiwdvjhVnuzjJRF-19" edge="1">
          <mxGeometry relative="1" as="geometry" />
        </mxCell>
        <mxCell id="cLTC8Ta03XSz9wgc8oL8-4" value="실패시 push" style="edgeStyle=orthogonalEdgeStyle;rounded=0;orthogonalLoop=1;jettySize=auto;html=1;entryX=0;entryY=0;entryDx=80;entryDy=0;entryPerimeter=0;exitX=0.5;exitY=0;exitDx=0;exitDy=0;" parent="1" source="wQPPLxiwdvjhVnuzjJRF-23" target="TXcI-fBlLuWAS2TPfB02-9" edge="1">
          <mxGeometry relative="1" as="geometry" />
        </mxCell>
        <mxCell id="wQPPLxiwdvjhVnuzjJRF-23" value="retryDelayedMails" style="ellipse;whiteSpace=wrap;html=1;" parent="1" vertex="1">
          <mxGeometry x="1445" y="150" width="120" height="80" as="geometry" />
        </mxCell>
        <mxCell id="K3UKubzrvV4H-gYz2n_W-5" value="per 4hours" style="edgeStyle=orthogonalEdgeStyle;rounded=0;orthogonalLoop=1;jettySize=auto;html=1;" parent="1" source="K3UKubzrvV4H-gYz2n_W-1" target="K3UKubzrvV4H-gYz2n_W-4" edge="1">
          <mxGeometry relative="1" as="geometry" />
        </mxCell>
        <mxCell id="K3UKubzrvV4H-gYz2n_W-1" value="node-cron" style="rhombus;whiteSpace=wrap;html=1;fillColor=#647687;fontColor=#ffffff;strokeColor=#314354;" parent="1" vertex="1">
          <mxGeometry x="1730" y="530" width="160" height="80" as="geometry" />
        </mxCell>
        <mxCell id="K3UKubzrvV4H-gYz2n_W-3" value="GET" style="edgeStyle=orthogonalEdgeStyle;rounded=0;orthogonalLoop=1;jettySize=auto;html=1;fillColor=#dae8fc;strokeColor=#6c8ebf;" parent="1" source="K3UKubzrvV4H-gYz2n_W-2" target="TXcI-fBlLuWAS2TPfB02-66" edge="1">
          <mxGeometry relative="1" as="geometry" />
        </mxCell>
        <mxCell id="K3UKubzrvV4H-gYz2n_W-2" value="syncProfile" style="ellipse;whiteSpace=wrap;html=1;" parent="1" vertex="1">
          <mxGeometry x="1490" y="700" width="120" height="80" as="geometry" />
        </mxCell>
        <mxCell id="K3UKubzrvV4H-gYz2n_W-6" style="edgeStyle=orthogonalEdgeStyle;rounded=0;orthogonalLoop=1;jettySize=auto;html=1;" parent="1" source="K3UKubzrvV4H-gYz2n_W-4" target="K3UKubzrvV4H-gYz2n_W-2" edge="1">
          <mxGeometry relative="1" as="geometry" />
        </mxCell>
        <mxCell id="K3UKubzrvV4H-gYz2n_W-8" value="인증 실패시 push" style="edgeStyle=orthogonalEdgeStyle;rounded=0;orthogonalLoop=1;jettySize=auto;html=1;exitX=0;exitY=0;exitDx=0;exitDy=0;entryX=0.502;entryY=0.017;entryDx=0;entryDy=0;entryPerimeter=0;" parent="1" source="K3UKubzrvV4H-gYz2n_W-4" target="TXcI-fBlLuWAS2TPfB02-61" edge="1">
          <mxGeometry relative="1" as="geometry">
            <mxPoint x="1300" y="480" as="targetPoint" />
            <Array as="points">
              <mxPoint x="1508" y="520" />
              <mxPoint x="1281" y="520" />
            </Array>
          </mxGeometry>
        </mxCell>
        <mxCell id="K3UKubzrvV4H-gYz2n_W-4" value="verifyUser" style="ellipse;whiteSpace=wrap;html=1;" parent="1" vertex="1">
          <mxGeometry x="1490" y="530" width="120" height="80" as="geometry" />
        </mxCell>
        <mxCell id="cLTC8Ta03XSz9wgc8oL8-30" value="" style="group" parent="1" vertex="1" connectable="0">
          <mxGeometry x="698.41" y="-450" width="891.59" height="340" as="geometry" />
        </mxCell>
        <mxCell id="cLTC8Ta03XSz9wgc8oL8-11" value="" style="rounded=0;whiteSpace=wrap;html=1;" parent="cLTC8Ta03XSz9wgc8oL8-30" vertex="1">
          <mxGeometry width="891.59" height="340" as="geometry" />
        </mxCell>
        <mxCell id="cLTC8Ta03XSz9wgc8oL8-12" value="실패시 push" style="edgeStyle=elbowEdgeStyle;rounded=0;orthogonalLoop=1;jettySize=auto;html=1;fillColor=#e1d5e7;strokeColor=#9673a6;dashed=1;entryX=0;entryY=0.5;entryDx=30;entryDy=0;entryPerimeter=0;exitX=1;exitY=0.25;exitDx=0;exitDy=0;" parent="cLTC8Ta03XSz9wgc8oL8-30" source="cLTC8Ta03XSz9wgc8oL8-23" target="cLTC8Ta03XSz9wgc8oL8-16" edge="1">
          <mxGeometry relative="1" as="geometry">
            <mxPoint x="572.5000000000001" y="225" as="sourcePoint" />
          </mxGeometry>
        </mxCell>
        <mxCell id="cLTC8Ta03XSz9wgc8oL8-13" value="POST" style="rounded=0;orthogonalLoop=1;jettySize=auto;html=1;startArrow=none;startFill=0;fillColor=#dae8fc;strokeColor=#6c8ebf;" parent="cLTC8Ta03XSz9wgc8oL8-30" source="cLTC8Ta03XSz9wgc8oL8-26" target="cLTC8Ta03XSz9wgc8oL8-14" edge="1">
          <mxGeometry relative="1" as="geometry" />
        </mxCell>
        <mxCell id="cLTC8Ta03XSz9wgc8oL8-14" value="기훈단 서버" style="ellipse;shape=cloud;whiteSpace=wrap;html=1;fillColor=#dae8fc;strokeColor=#6c8ebf;" parent="cLTC8Ta03XSz9wgc8oL8-30" vertex="1">
          <mxGeometry x="750.0000000000001" y="200" width="120" height="80" as="geometry" />
        </mxCell>
        <mxCell id="cLTC8Ta03XSz9wgc8oL8-16" value="Mail Queue" style="html=1;shadow=0;dashed=0;align=center;verticalAlign=middle;shape=mxgraph.arrows2.arrow;dy=0;dx=30;notch=30;fillColor=#f5f5f5;fontColor=#333333;strokeColor=#666666;" parent="cLTC8Ta03XSz9wgc8oL8-30" vertex="1">
          <mxGeometry x="481.59000000000026" y="60" width="190" height="60" as="geometry" />
        </mxCell>
        <mxCell id="cLTC8Ta03XSz9wgc8oL8-17" value="POST" style="edgeStyle=orthogonalEdgeStyle;rounded=0;orthogonalLoop=1;jettySize=auto;html=1;fillColor=#dae8fc;strokeColor=#6c8ebf;" parent="cLTC8Ta03XSz9wgc8oL8-30" source="cLTC8Ta03XSz9wgc8oL8-18" target="cLTC8Ta03XSz9wgc8oL8-23" edge="1">
          <mxGeometry relative="1" as="geometry">
            <mxPoint x="260" y="240" as="targetPoint" />
            <Array as="points">
              <mxPoint x="250" y="230" />
              <mxPoint x="250" y="230" />
            </Array>
          </mxGeometry>
        </mxCell>
        <mxCell id="cLTC8Ta03XSz9wgc8oL8-18" value="Client" style="rounded=1;whiteSpace=wrap;html=1;fillColor=#ffe6cc;strokeColor=#d79b00;" parent="cLTC8Ta03XSz9wgc8oL8-30" vertex="1">
          <mxGeometry x="50" y="210" width="120" height="60" as="geometry" />
        </mxCell>
        <mxCell id="cLTC8Ta03XSz9wgc8oL8-19" value="Mail" style="strokeWidth=2;html=1;shape=mxgraph.flowchart.database;whiteSpace=wrap;fillColor=#f5f5f5;fontColor=#333333;strokeColor=#666666;" parent="cLTC8Ta03XSz9wgc8oL8-30" vertex="1">
          <mxGeometry x="320" y="100" width="60" height="60" as="geometry" />
        </mxCell>
        <mxCell id="cLTC8Ta03XSz9wgc8oL8-20" value="편지 저장" style="edgeStyle=orthogonalEdgeStyle;rounded=0;orthogonalLoop=1;jettySize=auto;html=1;" parent="cLTC8Ta03XSz9wgc8oL8-30" source="cLTC8Ta03XSz9wgc8oL8-23" target="cLTC8Ta03XSz9wgc8oL8-19" edge="1">
          <mxGeometry relative="1" as="geometry" />
        </mxCell>
        <mxCell id="cLTC8Ta03XSz9wgc8oL8-21" value="전송" style="edgeStyle=orthogonalEdgeStyle;rounded=0;orthogonalLoop=1;jettySize=auto;html=1;dashed=1;fillColor=#e1d5e7;strokeColor=#9673a6;" parent="cLTC8Ta03XSz9wgc8oL8-30" source="cLTC8Ta03XSz9wgc8oL8-23" target="cLTC8Ta03XSz9wgc8oL8-26" edge="1">
          <mxGeometry relative="1" as="geometry">
            <mxPoint x="550.0000000000001" y="240" as="targetPoint" />
          </mxGeometry>
        </mxCell>
        <mxCell id="cLTC8Ta03XSz9wgc8oL8-22" value="50ms" style="edgeStyle=orthogonalEdgeStyle;rounded=0;orthogonalLoop=1;jettySize=auto;html=1;strokeColor=#67AB9F;" parent="cLTC8Ta03XSz9wgc8oL8-30" source="cLTC8Ta03XSz9wgc8oL8-23" target="cLTC8Ta03XSz9wgc8oL8-18" edge="1">
          <mxGeometry relative="1" as="geometry">
            <Array as="points">
              <mxPoint x="250" y="250" />
              <mxPoint x="250" y="250" />
            </Array>
          </mxGeometry>
        </mxCell>
        <mxCell id="cLTC8Ta03XSz9wgc8oL8-23" value="/mail" style="rounded=1;whiteSpace=wrap;html=1;" parent="cLTC8Ta03XSz9wgc8oL8-30" vertex="1">
          <mxGeometry x="290" y="210" width="120" height="60" as="geometry" />
        </mxCell>
        <mxCell id="cLTC8Ta03XSz9wgc8oL8-26" value="sendMail" style="ellipse;whiteSpace=wrap;html=1;" parent="cLTC8Ta03XSz9wgc8oL8-30" vertex="1">
          <mxGeometry x="536.2500000000001" y="200" width="120" height="80" as="geometry" />
        </mxCell>
        <mxCell id="HjyYQR78wkuJb60IUFvB-1" value="PostgreSQL" style="shape=cylinder3;whiteSpace=wrap;html=1;boundedLbl=1;backgroundOutline=1;size=15;fillColor=#e1d5e7;strokeColor=#9673a6;" parent="1" vertex="1">
          <mxGeometry x="-413" y="567.5" width="103" height="95" as="geometry" />
        </mxCell>
        <mxCell id="HjyYQR78wkuJb60IUFvB-27" style="edgeStyle=orthogonalEdgeStyle;rounded=0;orthogonalLoop=1;jettySize=auto;html=1;" parent="1" source="HjyYQR78wkuJb60IUFvB-2" target="HjyYQR78wkuJb60IUFvB-21" edge="1">
          <mxGeometry relative="1" as="geometry" />
        </mxCell>
        <mxCell id="HjyYQR78wkuJb60IUFvB-2" value="bean" style="rounded=0;whiteSpace=wrap;html=1;" parent="1" vertex="1">
          <mxGeometry x="-1310" y="585" width="120" height="60" as="geometry" />
        </mxCell>
        <mxCell id="HjyYQR78wkuJb60IUFvB-5" style="edgeStyle=orthogonalEdgeStyle;rounded=0;orthogonalLoop=1;jettySize=auto;html=1;" parent="1" source="HjyYQR78wkuJb60IUFvB-4" target="HjyYQR78wkuJb60IUFvB-1" edge="1">
          <mxGeometry relative="1" as="geometry" />
        </mxCell>
        <mxCell id="HjyYQR78wkuJb60IUFvB-9" style="edgeStyle=orthogonalEdgeStyle;rounded=0;orthogonalLoop=1;jettySize=auto;html=1;" parent="1" source="HjyYQR78wkuJb60IUFvB-4" target="HjyYQR78wkuJb60IUFvB-6" edge="1">
          <mxGeometry relative="1" as="geometry" />
        </mxCell>
        <mxCell id="HjyYQR78wkuJb60IUFvB-4" value="repository" style="rounded=0;whiteSpace=wrap;html=1;" parent="1" vertex="1">
          <mxGeometry x="-760" y="585" width="120" height="60" as="geometry" />
        </mxCell>
        <mxCell id="HjyYQR78wkuJb60IUFvB-6" value="repository interface" style="rounded=0;whiteSpace=wrap;html=1;" parent="1" vertex="1">
          <mxGeometry x="-930" y="585" width="120" height="60" as="geometry" />
        </mxCell>
        <mxCell id="HjyYQR78wkuJb60IUFvB-12" style="edgeStyle=orthogonalEdgeStyle;rounded=0;orthogonalLoop=1;jettySize=auto;html=1;" parent="1" source="HjyYQR78wkuJb60IUFvB-11" target="HjyYQR78wkuJb60IUFvB-2" edge="1">
          <mxGeometry relative="1" as="geometry" />
        </mxCell>
        <mxCell id="HjyYQR78wkuJb60IUFvB-11" value="server action" style="rounded=0;whiteSpace=wrap;html=1;" parent="1" vertex="1">
          <mxGeometry x="-1550" y="585" width="120" height="60" as="geometry" />
        </mxCell>
        <mxCell id="HjyYQR78wkuJb60IUFvB-13" value="client component" style="rounded=0;whiteSpace=wrap;html=1;" parent="1" vertex="1">
          <mxGeometry x="-2020" y="585" width="120" height="60" as="geometry" />
        </mxCell>
        <mxCell id="HjyYQR78wkuJb60IUFvB-17" style="rounded=0;orthogonalLoop=1;jettySize=auto;html=1;" parent="1" source="HjyYQR78wkuJb60IUFvB-14" target="HjyYQR78wkuJb60IUFvB-2" edge="1">
          <mxGeometry relative="1" as="geometry" />
        </mxCell>
        <mxCell id="HjyYQR78wkuJb60IUFvB-14" value="ssr bridge" style="rounded=0;whiteSpace=wrap;html=1;" parent="1" vertex="1">
          <mxGeometry x="-1550" y="670" width="120" height="60" as="geometry" />
        </mxCell>
        <mxCell id="HjyYQR78wkuJb60IUFvB-16" style="rounded=0;orthogonalLoop=1;jettySize=auto;html=1;" parent="1" source="HjyYQR78wkuJb60IUFvB-15" target="HjyYQR78wkuJb60IUFvB-2" edge="1">
          <mxGeometry relative="1" as="geometry" />
        </mxCell>
        <mxCell id="HjyYQR78wkuJb60IUFvB-15" value="api route" style="rounded=0;whiteSpace=wrap;html=1;" parent="1" vertex="1">
          <mxGeometry x="-1550" y="500" width="120" height="60" as="geometry" />
        </mxCell>
        <mxCell id="HjyYQR78wkuJb60IUFvB-22" style="edgeStyle=orthogonalEdgeStyle;rounded=0;orthogonalLoop=1;jettySize=auto;html=1;" parent="1" source="HjyYQR78wkuJb60IUFvB-21" target="HjyYQR78wkuJb60IUFvB-6" edge="1">
          <mxGeometry relative="1" as="geometry" />
        </mxCell>
        <mxCell id="Upm6PCn5BPKzZfiTRTz7-5" style="edgeStyle=orthogonalEdgeStyle;rounded=0;orthogonalLoop=1;jettySize=auto;html=1;" parent="1" source="HjyYQR78wkuJb60IUFvB-21" target="Upm6PCn5BPKzZfiTRTz7-4" edge="1">
          <mxGeometry relative="1" as="geometry" />
        </mxCell>
        <mxCell id="HjyYQR78wkuJb60IUFvB-21" value="service" style="rounded=0;whiteSpace=wrap;html=1;" parent="1" vertex="1">
          <mxGeometry x="-1120" y="585" width="120" height="60" as="geometry" />
        </mxCell>
        <mxCell id="HjyYQR78wkuJb60IUFvB-31" value="controller" style="text;html=1;align=center;verticalAlign=middle;whiteSpace=wrap;rounded=0;" parent="1" vertex="1">
          <mxGeometry x="-1520" y="420" width="60" height="30" as="geometry" />
        </mxCell>
        <mxCell id="HjyYQR78wkuJb60IUFvB-36" value="Backend" style="text;html=1;align=center;verticalAlign=middle;whiteSpace=wrap;rounded=0;" parent="1" vertex="1">
          <mxGeometry x="-1095" y="320" width="60" height="30" as="geometry" />
        </mxCell>
        <mxCell id="HjyYQR78wkuJb60IUFvB-38" value="service" style="text;html=1;align=center;verticalAlign=middle;whiteSpace=wrap;rounded=0;" parent="1" vertex="1">
          <mxGeometry x="-1090" y="420" width="60" height="30" as="geometry" />
        </mxCell>
        <mxCell id="HjyYQR78wkuJb60IUFvB-50" style="edgeStyle=orthogonalEdgeStyle;rounded=0;orthogonalLoop=1;jettySize=auto;html=1;" parent="1" source="HjyYQR78wkuJb60IUFvB-41" target="HjyYQR78wkuJb60IUFvB-13" edge="1">
          <mxGeometry relative="1" as="geometry" />
        </mxCell>
        <mxCell id="HjyYQR78wkuJb60IUFvB-41" value="server component" style="rounded=0;whiteSpace=wrap;html=1;" parent="1" vertex="1">
          <mxGeometry x="-2020" y="670" width="120" height="60" as="geometry" />
        </mxCell>
        <mxCell id="HjyYQR78wkuJb60IUFvB-47" value="Frontend" style="text;html=1;align=center;verticalAlign=middle;whiteSpace=wrap;rounded=0;" parent="1" vertex="1">
          <mxGeometry x="-2020" y="320" width="60" height="30" as="geometry" />
        </mxCell>
        <mxCell id="HjyYQR78wkuJb60IUFvB-58" value=":3000" style="edgeStyle=orthogonalEdgeStyle;rounded=0;orthogonalLoop=1;jettySize=auto;html=1;" parent="1" source="HjyYQR78wkuJb60IUFvB-51" target="HjyYQR78wkuJb60IUFvB-56" edge="1">
          <mxGeometry relative="1" as="geometry" />
        </mxCell>
        <mxCell id="HjyYQR78wkuJb60IUFvB-60" style="edgeStyle=orthogonalEdgeStyle;rounded=0;orthogonalLoop=1;jettySize=auto;html=1;" parent="1" source="HjyYQR78wkuJb60IUFvB-51" target="HjyYQR78wkuJb60IUFvB-59" edge="1">
          <mxGeometry relative="1" as="geometry" />
        </mxCell>
        <mxCell id="HjyYQR78wkuJb60IUFvB-51" value="nginx" style="rounded=0;whiteSpace=wrap;html=1;" parent="1" vertex="1">
          <mxGeometry x="-2460" y="505" width="120" height="60" as="geometry" />
        </mxCell>
        <mxCell id="HjyYQR78wkuJb60IUFvB-54" value="https" style="edgeStyle=orthogonalEdgeStyle;rounded=0;orthogonalLoop=1;jettySize=auto;html=1;" parent="1" source="HjyYQR78wkuJb60IUFvB-52" target="HjyYQR78wkuJb60IUFvB-51" edge="1">
          <mxGeometry relative="1" as="geometry" />
        </mxCell>
        <mxCell id="HjyYQR78wkuJb60IUFvB-52" value="user" style="shape=umlActor;verticalLabelPosition=bottom;verticalAlign=top;html=1;outlineConnect=0;" parent="1" vertex="1">
          <mxGeometry x="-2650" y="505" width="30" height="60" as="geometry" />
        </mxCell>
        <mxCell id="HjyYQR78wkuJb60IUFvB-57" value="rokafmail.kr:3000" style="text;html=1;align=center;verticalAlign=middle;whiteSpace=wrap;rounded=0;" parent="1" vertex="1">
          <mxGeometry x="-1280" y="225" width="60" height="30" as="geometry" />
        </mxCell>
        <mxCell id="HjyYQR78wkuJb60IUFvB-66" value="Action Response" style="rounded=0;whiteSpace=wrap;html=1;fillColor=#d5e8d4;strokeColor=none;" parent="1" vertex="1">
          <mxGeometry x="-1810" y="585" width="120" height="160" as="geometry" />
        </mxCell>
        <mxCell id="HjyYQR78wkuJb60IUFvB-59" value="maintenance.html" style="rounded=0;whiteSpace=wrap;html=1;" parent="1" vertex="1">
          <mxGeometry x="-2460" y="390" width="120" height="60" as="geometry" />
        </mxCell>
        <mxCell id="HjyYQR78wkuJb60IUFvB-75" style="edgeStyle=orthogonalEdgeStyle;rounded=0;orthogonalLoop=1;jettySize=auto;html=1;" parent="1" source="HjyYQR78wkuJb60IUFvB-72" target="HjyYQR78wkuJb60IUFvB-74" edge="1">
          <mxGeometry relative="1" as="geometry" />
        </mxCell>
        <mxCell id="HjyYQR78wkuJb60IUFvB-72" value="view" style="rounded=0;whiteSpace=wrap;html=1;" parent="1" vertex="1">
          <mxGeometry x="-2450" y="1300" width="120" height="60" as="geometry" />
        </mxCell>
        <mxCell id="HjyYQR78wkuJb60IUFvB-77" style="edgeStyle=orthogonalEdgeStyle;rounded=0;orthogonalLoop=1;jettySize=auto;html=1;" parent="1" source="HjyYQR78wkuJb60IUFvB-74" target="HjyYQR78wkuJb60IUFvB-76" edge="1">
          <mxGeometry relative="1" as="geometry" />
        </mxCell>
        <mxCell id="HjyYQR78wkuJb60IUFvB-74" value="viewmodel" style="rounded=0;whiteSpace=wrap;html=1;" parent="1" vertex="1">
          <mxGeometry x="-2248" y="1300" width="120" height="60" as="geometry" />
        </mxCell>
        <mxCell id="HjyYQR78wkuJb60IUFvB-76" value="model" style="rounded=0;whiteSpace=wrap;html=1;" parent="1" vertex="1">
          <mxGeometry x="-2060" y="1300" width="120" height="60" as="geometry" />
        </mxCell>
        <mxCell id="Upm6PCn5BPKzZfiTRTz7-1" style="edgeStyle=orthogonalEdgeStyle;rounded=0;orthogonalLoop=1;jettySize=auto;html=1;" parent="1" source="HjyYQR78wkuJb60IUFvB-13" target="HjyYQR78wkuJb60IUFvB-11" edge="1">
          <mxGeometry relative="1" as="geometry" />
        </mxCell>
        <mxCell id="Upm6PCn5BPKzZfiTRTz7-2" style="edgeStyle=orthogonalEdgeStyle;rounded=0;orthogonalLoop=1;jettySize=auto;html=1;" parent="1" source="HjyYQR78wkuJb60IUFvB-41" target="HjyYQR78wkuJb60IUFvB-14" edge="1">
          <mxGeometry relative="1" as="geometry" />
        </mxCell>
        <mxCell id="Upm6PCn5BPKzZfiTRTz7-4" value="airforce.mil" style="ellipse;shape=cloud;whiteSpace=wrap;html=1;fillColor=#dae8fc;strokeColor=#6c8ebf;" parent="1" vertex="1">
          <mxGeometry x="-1140" y="900" width="160" height="100" as="geometry" />
        </mxCell>
-         <mxCell id="KC-ms6B9jHgwYm-Lv0Fj-1" value="model" style="rounded=0;whiteSpace=wrap;html=1;" vertex="1" parent="1">
+         <mxCell id="KC-ms6B9jHgwYm-Lv0Fj-1" value="model" style="rounded=0;whiteSpace=wrap;html=1;" parent="1" vertex="1">
          <mxGeometry x="-1970" y="1350" width="120" height="60" as="geometry" />
        </mxCell>
-         <mxCell id="KC-ms6B9jHgwYm-Lv0Fj-10" value="https" style="edgeStyle=orthogonalEdgeStyle;rounded=0;orthogonalLoop=1;jettySize=auto;html=1;" edge="1" source="KC-ms6B9jHgwYm-Lv0Fj-11" target="KC-ms6B9jHgwYm-Lv0Fj-45" parent="1">
+         <mxCell id="KC-ms6B9jHgwYm-Lv0Fj-10" value="https" style="edgeStyle=orthogonalEdgeStyle;rounded=0;orthogonalLoop=1;jettySize=auto;html=1;" parent="1" source="KC-ms6B9jHgwYm-Lv0Fj-11" target="KC-ms6B9jHgwYm-Lv0Fj-45" edge="1">
          <mxGeometry relative="1" as="geometry">
            <mxPoint x="-1370" y="1811" as="targetPoint" />
          </mxGeometry>
        </mxCell>
-         <mxCell id="KC-ms6B9jHgwYm-Lv0Fj-11" value="user" style="shape=umlActor;verticalLabelPosition=bottom;verticalAlign=top;html=1;outlineConnect=0;" vertex="1" parent="1">
+         <mxCell id="KC-ms6B9jHgwYm-Lv0Fj-11" value="user" style="shape=umlActor;verticalLabelPosition=bottom;verticalAlign=top;html=1;outlineConnect=0;" parent="1" vertex="1">
          <mxGeometry x="-1310" y="1781" width="30" height="60" as="geometry" />
        </mxCell>
-         <mxCell id="KC-ms6B9jHgwYm-Lv0Fj-22" style="edgeStyle=orthogonalEdgeStyle;rounded=0;orthogonalLoop=1;jettySize=auto;html=1;" edge="1" parent="1" source="KC-ms6B9jHgwYm-Lv0Fj-14" target="KC-ms6B9jHgwYm-Lv0Fj-21">
-           <mxGeometry relative="1" as="geometry" />
-         </mxCell>
-         <mxCell id="KC-ms6B9jHgwYm-Lv0Fj-28" style="edgeStyle=orthogonalEdgeStyle;rounded=0;orthogonalLoop=1;jettySize=auto;html=1;" edge="1" parent="1" source="KC-ms6B9jHgwYm-Lv0Fj-14" target="KC-ms6B9jHgwYm-Lv0Fj-27">
+         <mxCell id="KC-ms6B9jHgwYm-Lv0Fj-22" style="edgeStyle=orthogonalEdgeStyle;rounded=0;orthogonalLoop=1;jettySize=auto;html=1;" parent="1" source="KC-ms6B9jHgwYm-Lv0Fj-14" target="KC-ms6B9jHgwYm-Lv0Fj-21" edge="1">
+           <mxGeometry relative="1" as="geometry" />
+         </mxCell>
+         <mxCell id="KC-ms6B9jHgwYm-Lv0Fj-28" style="edgeStyle=orthogonalEdgeStyle;rounded=0;orthogonalLoop=1;jettySize=auto;html=1;" parent="1" source="KC-ms6B9jHgwYm-Lv0Fj-14" target="KC-ms6B9jHgwYm-Lv0Fj-27" edge="1">
          <mxGeometry relative="1" as="geometry">
            <mxPoint x="-880" y="1900" as="targetPoint" />
          </mxGeometry>
        </mxCell>
-         <mxCell id="KC-ms6B9jHgwYm-Lv0Fj-31" value="편지 보내기" style="rounded=0;orthogonalLoop=1;jettySize=auto;html=1;edgeStyle=orthogonalEdgeStyle;" edge="1" parent="1" source="KC-ms6B9jHgwYm-Lv0Fj-14" target="KC-ms6B9jHgwYm-Lv0Fj-48">
+         <mxCell id="KC-ms6B9jHgwYm-Lv0Fj-31" value="편지 보내기" style="rounded=0;orthogonalLoop=1;jettySize=auto;html=1;edgeStyle=orthogonalEdgeStyle;" parent="1" source="KC-ms6B9jHgwYm-Lv0Fj-14" target="KC-ms6B9jHgwYm-Lv0Fj-48" edge="1">
          <mxGeometry relative="1" as="geometry">
            <mxPoint x="-979.7674418604652" y="1910" as="targetPoint" />
          </mxGeometry>
        </mxCell>
-         <mxCell id="KC-ms6B9jHgwYm-Lv0Fj-14" value="NEXT.js" style="rounded=0;whiteSpace=wrap;html=1;" vertex="1" parent="1">
+         <mxCell id="KC-ms6B9jHgwYm-Lv0Fj-14" value="NEXT.js" style="rounded=0;whiteSpace=wrap;html=1;" parent="1" vertex="1">
          <mxGeometry x="-940" y="1781" width="120" height="60" as="geometry" />
        </mxCell>
-         <mxCell id="KC-ms6B9jHgwYm-Lv0Fj-21" value="PostgreSQL" style="shape=cylinder3;whiteSpace=wrap;html=1;boundedLbl=1;backgroundOutline=1;size=15;" vertex="1" parent="1">
+         <mxCell id="KC-ms6B9jHgwYm-Lv0Fj-21" value="PostgreSQL" style="shape=cylinder3;whiteSpace=wrap;html=1;boundedLbl=1;backgroundOutline=1;size=15;" parent="1" vertex="1">
          <mxGeometry x="-740" y="1771" width="110" height="80" as="geometry" />
        </mxCell>
-         <mxCell id="KC-ms6B9jHgwYm-Lv0Fj-27" value="Redis" style="rounded=0;whiteSpace=wrap;html=1;" vertex="1" parent="1">
+         <mxCell id="KC-ms6B9jHgwYm-Lv0Fj-27" value="Redis" style="rounded=0;whiteSpace=wrap;html=1;" parent="1" vertex="1">
          <mxGeometry x="-940" y="1660" width="120" height="60" as="geometry" />
        </mxCell>
-         <mxCell id="KC-ms6B9jHgwYm-Lv0Fj-32" value="" style="rounded=0;orthogonalLoop=1;jettySize=auto;html=1;edgeStyle=orthogonalEdgeStyle;" edge="1" parent="1" source="KC-ms6B9jHgwYm-Lv0Fj-30" target="KC-ms6B9jHgwYm-Lv0Fj-48">
+         <mxCell id="KC-ms6B9jHgwYm-Lv0Fj-32" value="" style="rounded=0;orthogonalLoop=1;jettySize=auto;html=1;edgeStyle=orthogonalEdgeStyle;" parent="1" source="KC-ms6B9jHgwYm-Lv0Fj-30" target="KC-ms6B9jHgwYm-Lv0Fj-48" edge="1">
          <mxGeometry relative="1" as="geometry">
            <mxPoint x="-880" y="1980" as="targetPoint" />
          </mxGeometry>
        </mxCell>
-         <mxCell id="KC-ms6B9jHgwYm-Lv0Fj-36" style="rounded=0;orthogonalLoop=1;jettySize=auto;html=1;" edge="1" parent="1" source="KC-ms6B9jHgwYm-Lv0Fj-30" target="KC-ms6B9jHgwYm-Lv0Fj-35">
+         <mxCell id="KC-ms6B9jHgwYm-Lv0Fj-36" style="rounded=0;orthogonalLoop=1;jettySize=auto;html=1;" parent="1" source="KC-ms6B9jHgwYm-Lv0Fj-30" target="KC-ms6B9jHgwYm-Lv0Fj-35" edge="1">
          <mxGeometry relative="1" as="geometry">
            <mxPoint x="-765.0000000000005" y="2077.073170731707" as="sourcePoint" />
          </mxGeometry>
        </mxCell>
-         <mxCell id="KC-ms6B9jHgwYm-Lv0Fj-38" style="edgeStyle=orthogonalEdgeStyle;rounded=0;orthogonalLoop=1;jettySize=auto;html=1;" edge="1" parent="1" source="KC-ms6B9jHgwYm-Lv0Fj-30" target="KC-ms6B9jHgwYm-Lv0Fj-37">
-           <mxGeometry relative="1" as="geometry" />
-         </mxCell>
-         <mxCell id="KC-ms6B9jHgwYm-Lv0Fj-40" style="edgeStyle=orthogonalEdgeStyle;rounded=0;orthogonalLoop=1;jettySize=auto;html=1;" edge="1" parent="1" source="KC-ms6B9jHgwYm-Lv0Fj-30" target="KC-ms6B9jHgwYm-Lv0Fj-39">
-           <mxGeometry relative="1" as="geometry" />
-         </mxCell>
-         <mxCell id="KC-ms6B9jHgwYm-Lv0Fj-30" value="rokaf Send Server" style="rounded=0;whiteSpace=wrap;html=1;" vertex="1" parent="1">
+         <mxCell id="KC-ms6B9jHgwYm-Lv0Fj-38" style="edgeStyle=orthogonalEdgeStyle;rounded=0;orthogonalLoop=1;jettySize=auto;html=1;" parent="1" source="KC-ms6B9jHgwYm-Lv0Fj-30" target="KC-ms6B9jHgwYm-Lv0Fj-37" edge="1">
+           <mxGeometry relative="1" as="geometry" />
+         </mxCell>
+         <mxCell id="KC-ms6B9jHgwYm-Lv0Fj-40" style="edgeStyle=orthogonalEdgeStyle;rounded=0;orthogonalLoop=1;jettySize=auto;html=1;" parent="1" source="KC-ms6B9jHgwYm-Lv0Fj-30" target="KC-ms6B9jHgwYm-Lv0Fj-39" edge="1">
+           <mxGeometry relative="1" as="geometry" />
+         </mxCell>
+         <mxCell id="KC-ms6B9jHgwYm-Lv0Fj-30" value="rokaf Send Server" style="rounded=0;whiteSpace=wrap;html=1;" parent="1" vertex="1">
          <mxGeometry x="-940" y="2040" width="120" height="60" as="geometry" />
        </mxCell>
-         <mxCell id="KC-ms6B9jHgwYm-Lv0Fj-35" value="PostgreSQL" style="shape=cylinder3;whiteSpace=wrap;html=1;boundedLbl=1;backgroundOutline=1;size=15;" vertex="1" parent="1">
+         <mxCell id="KC-ms6B9jHgwYm-Lv0Fj-35" value="PostgreSQL" style="shape=cylinder3;whiteSpace=wrap;html=1;boundedLbl=1;backgroundOutline=1;size=15;" parent="1" vertex="1">
          <mxGeometry x="-720" y="2030" width="110" height="80" as="geometry" />
        </mxCell>
-         <mxCell id="KC-ms6B9jHgwYm-Lv0Fj-37" value="airforce.mil" style="ellipse;shape=cloud;whiteSpace=wrap;html=1;" vertex="1" parent="1">
+         <mxCell id="KC-ms6B9jHgwYm-Lv0Fj-37" value="airforce.mil" style="ellipse;shape=cloud;whiteSpace=wrap;html=1;" parent="1" vertex="1">
          <mxGeometry x="-940" y="2150" width="120" height="80" as="geometry" />
        </mxCell>
-         <mxCell id="KC-ms6B9jHgwYm-Lv0Fj-39" value="PostQueue" style="shape=step;perimeter=stepPerimeter;whiteSpace=wrap;html=1;fixedSize=1;" vertex="1" parent="1">
+         <mxCell id="KC-ms6B9jHgwYm-Lv0Fj-39" value="PostQueue" style="shape=step;perimeter=stepPerimeter;whiteSpace=wrap;html=1;fixedSize=1;" parent="1" vertex="1">
          <mxGeometry x="-1130" y="2040" width="120" height="60" as="geometry" />
        </mxCell>
-         <mxCell id="KC-ms6B9jHgwYm-Lv0Fj-42" style="rounded=0;orthogonalLoop=1;jettySize=auto;html=1;edgeStyle=orthogonalEdgeStyle;" edge="1" parent="1" source="KC-ms6B9jHgwYm-Lv0Fj-41" target="KC-ms6B9jHgwYm-Lv0Fj-39">
-           <mxGeometry relative="1" as="geometry" />
-         </mxCell>
-         <mxCell id="KC-ms6B9jHgwYm-Lv0Fj-43" style="rounded=0;orthogonalLoop=1;jettySize=auto;html=1;edgeStyle=orthogonalEdgeStyle;" edge="1" parent="1" source="KC-ms6B9jHgwYm-Lv0Fj-41" target="KC-ms6B9jHgwYm-Lv0Fj-48">
+         <mxCell id="KC-ms6B9jHgwYm-Lv0Fj-42" style="rounded=0;orthogonalLoop=1;jettySize=auto;html=1;edgeStyle=orthogonalEdgeStyle;" parent="1" source="KC-ms6B9jHgwYm-Lv0Fj-41" target="KC-ms6B9jHgwYm-Lv0Fj-39" edge="1">
+           <mxGeometry relative="1" as="geometry" />
+         </mxCell>
+         <mxCell id="KC-ms6B9jHgwYm-Lv0Fj-43" style="rounded=0;orthogonalLoop=1;jettySize=auto;html=1;edgeStyle=orthogonalEdgeStyle;" parent="1" source="KC-ms6B9jHgwYm-Lv0Fj-41" target="KC-ms6B9jHgwYm-Lv0Fj-48" edge="1">
          <mxGeometry relative="1" as="geometry">
            <mxPoint x="-820" y="1950" as="targetPoint" />
          </mxGeometry>
        </mxCell>
-         <mxCell id="KC-ms6B9jHgwYm-Lv0Fj-41" value="cron job server" style="rounded=0;whiteSpace=wrap;html=1;" vertex="1" parent="1">
+         <mxCell id="KC-ms6B9jHgwYm-Lv0Fj-41" value="cron job server" style="rounded=0;whiteSpace=wrap;html=1;" parent="1" vertex="1">
          <mxGeometry x="-1130" y="1920" width="120" height="60" as="geometry" />
        </mxCell>
-         <mxCell id="KC-ms6B9jHgwYm-Lv0Fj-47" value="load balancing" style="edgeStyle=orthogonalEdgeStyle;rounded=0;orthogonalLoop=1;jettySize=auto;html=1;" edge="1" parent="1" source="KC-ms6B9jHgwYm-Lv0Fj-45" target="KC-ms6B9jHgwYm-Lv0Fj-14">
-           <mxGeometry relative="1" as="geometry" />
-         </mxCell>
-         <mxCell id="KC-ms6B9jHgwYm-Lv0Fj-45" value="Nginx" style="rounded=0;whiteSpace=wrap;html=1;" vertex="1" parent="1">
+         <mxCell id="KC-ms6B9jHgwYm-Lv0Fj-47" value="load balancing" style="edgeStyle=orthogonalEdgeStyle;rounded=0;orthogonalLoop=1;jettySize=auto;html=1;" parent="1" source="KC-ms6B9jHgwYm-Lv0Fj-45" target="KC-ms6B9jHgwYm-Lv0Fj-14" edge="1">
+           <mxGeometry relative="1" as="geometry" />
+         </mxCell>
+         <mxCell id="KC-ms6B9jHgwYm-Lv0Fj-45" value="Nginx" style="rounded=0;whiteSpace=wrap;html=1;" parent="1" vertex="1">
          <mxGeometry x="-1160" y="1781" width="120" height="60" as="geometry" />
        </mxCell>
-         <mxCell id="KC-ms6B9jHgwYm-Lv0Fj-48" value="Kafka&lt;div&gt;LetterQueue&lt;/div&gt;" style="shape=step;perimeter=stepPerimeter;whiteSpace=wrap;html=1;fixedSize=1;" vertex="1" parent="1">
+         <mxCell id="KC-ms6B9jHgwYm-Lv0Fj-48" value="Kafka&lt;div&gt;LetterQueue&lt;/div&gt;" style="shape=step;perimeter=stepPerimeter;whiteSpace=wrap;html=1;fixedSize=1;" parent="1" vertex="1">
          <mxGeometry x="-940" y="1920" width="120" height="60" as="geometry" />
+         </mxCell>
+         <mxCell id="i4McLdaKcC5rQdbvdPtT-23" value="" style="group" vertex="1" connectable="0" parent="1">
+           <mxGeometry x="-2110" y="-610" width="1000" height="380" as="geometry" />
+         </mxCell>
+         <mxCell id="i4McLdaKcC5rQdbvdPtT-10" value="" style="rounded=1;whiteSpace=wrap;html=1;arcSize=0;" vertex="1" parent="i4McLdaKcC5rQdbvdPtT-23">
+           <mxGeometry width="1000" height="380" as="geometry" />
+         </mxCell>
+         <mxCell id="i4McLdaKcC5rQdbvdPtT-2" value="" style="rounded=1;whiteSpace=wrap;html=1;arcSize=15;fillColor=#fafafa;fontColor=#333333;strokeColor=#666666;" vertex="1" parent="i4McLdaKcC5rQdbvdPtT-23">
+           <mxGeometry x="50" y="30" width="190" height="320" as="geometry" />
+         </mxCell>
+         <mxCell id="i4McLdaKcC5rQdbvdPtT-19" style="edgeStyle=orthogonalEdgeStyle;rounded=0;orthogonalLoop=1;jettySize=auto;html=1;" edge="1" parent="i4McLdaKcC5rQdbvdPtT-23" source="i4McLdaKcC5rQdbvdPtT-3" target="i4McLdaKcC5rQdbvdPtT-17">
+           <mxGeometry relative="1" as="geometry" />
+         </mxCell>
+         <mxCell id="i4McLdaKcC5rQdbvdPtT-3" value="" style="rounded=1;whiteSpace=wrap;html=1;fillColor=#fafafa;" vertex="1" parent="i4McLdaKcC5rQdbvdPtT-23">
+           <mxGeometry x="430" y="29.5" width="220" height="321" as="geometry" />
+         </mxCell>
+         <mxCell id="i4McLdaKcC5rQdbvdPtT-4" value="server action" style="rounded=0;whiteSpace=wrap;html=1;" vertex="1" parent="i4McLdaKcC5rQdbvdPtT-23">
+           <mxGeometry x="480" y="175" width="120" height="60" as="geometry" />
+         </mxCell>
+         <mxCell id="i4McLdaKcC5rQdbvdPtT-5" value="client component" style="rounded=0;whiteSpace=wrap;html=1;" vertex="1" parent="i4McLdaKcC5rQdbvdPtT-23">
+           <mxGeometry x="90" y="175" width="120" height="60" as="geometry" />
+         </mxCell>
+         <mxCell id="i4McLdaKcC5rQdbvdPtT-6" value="ssr bridge" style="rounded=0;whiteSpace=wrap;html=1;" vertex="1" parent="i4McLdaKcC5rQdbvdPtT-23">
+           <mxGeometry x="480" y="250" width="120" height="60" as="geometry" />
+         </mxCell>
+         <mxCell id="i4McLdaKcC5rQdbvdPtT-7" value="api route" style="rounded=0;whiteSpace=wrap;html=1;" vertex="1" parent="i4McLdaKcC5rQdbvdPtT-23">
+           <mxGeometry x="480" y="100" width="120" height="60" as="geometry" />
+         </mxCell>
+         <mxCell id="i4McLdaKcC5rQdbvdPtT-8" value="server component" style="rounded=0;whiteSpace=wrap;html=1;" vertex="1" parent="i4McLdaKcC5rQdbvdPtT-23">
+           <mxGeometry x="90" y="250" width="120" height="60" as="geometry" />
+         </mxCell>
+         <mxCell id="i4McLdaKcC5rQdbvdPtT-9" value="Action Response" style="rounded=0;whiteSpace=wrap;html=1;fillColor=#d5e8d4;strokeColor=none;" vertex="1" parent="i4McLdaKcC5rQdbvdPtT-23">
+           <mxGeometry x="270" y="170" width="110" height="140" as="geometry" />
+         </mxCell>
+         <mxCell id="i4McLdaKcC5rQdbvdPtT-12" value="Client" style="text;html=1;align=center;verticalAlign=middle;whiteSpace=wrap;rounded=0;" vertex="1" parent="i4McLdaKcC5rQdbvdPtT-23">
+           <mxGeometry x="115" y="40" width="60" height="30" as="geometry" />
+         </mxCell>
+         <mxCell id="i4McLdaKcC5rQdbvdPtT-13" value="Controller" style="text;html=1;align=center;verticalAlign=middle;whiteSpace=wrap;rounded=0;" vertex="1" parent="i4McLdaKcC5rQdbvdPtT-23">
+           <mxGeometry x="510" y="40" width="60" height="30" as="geometry" />
+         </mxCell>
+         <mxCell id="i4McLdaKcC5rQdbvdPtT-15" style="edgeStyle=orthogonalEdgeStyle;rounded=0;orthogonalLoop=1;jettySize=auto;html=1;" edge="1" parent="i4McLdaKcC5rQdbvdPtT-23" source="i4McLdaKcC5rQdbvdPtT-8" target="i4McLdaKcC5rQdbvdPtT-6">
+           <mxGeometry relative="1" as="geometry" />
+         </mxCell>
+         <mxCell id="i4McLdaKcC5rQdbvdPtT-14" style="edgeStyle=orthogonalEdgeStyle;rounded=0;orthogonalLoop=1;jettySize=auto;html=1;" edge="1" parent="i4McLdaKcC5rQdbvdPtT-23" source="i4McLdaKcC5rQdbvdPtT-5" target="i4McLdaKcC5rQdbvdPtT-4">
+           <mxGeometry relative="1" as="geometry" />
+         </mxCell>
+         <mxCell id="i4McLdaKcC5rQdbvdPtT-20" style="edgeStyle=orthogonalEdgeStyle;rounded=0;orthogonalLoop=1;jettySize=auto;html=1;" edge="1" parent="i4McLdaKcC5rQdbvdPtT-23" source="i4McLdaKcC5rQdbvdPtT-17" target="i4McLdaKcC5rQdbvdPtT-18">
+           <mxGeometry relative="1" as="geometry" />
+         </mxCell>
+         <mxCell id="i4McLdaKcC5rQdbvdPtT-17" value="Service" style="rounded=1;whiteSpace=wrap;html=1;fillColor=#fafafa;" vertex="1" parent="i4McLdaKcC5rQdbvdPtT-23">
+           <mxGeometry x="690" y="160" width="120" height="60" as="geometry" />
+         </mxCell>
+         <mxCell id="i4McLdaKcC5rQdbvdPtT-18" value="Repository" style="rounded=1;whiteSpace=wrap;html=1;" vertex="1" parent="i4McLdaKcC5rQdbvdPtT-23">
+           <mxGeometry x="850" y="160" width="120" height="60" as="geometry" />
        </mxCell>
      </root>
    </mxGraphModel>
  </diagram>
</mxfile>
